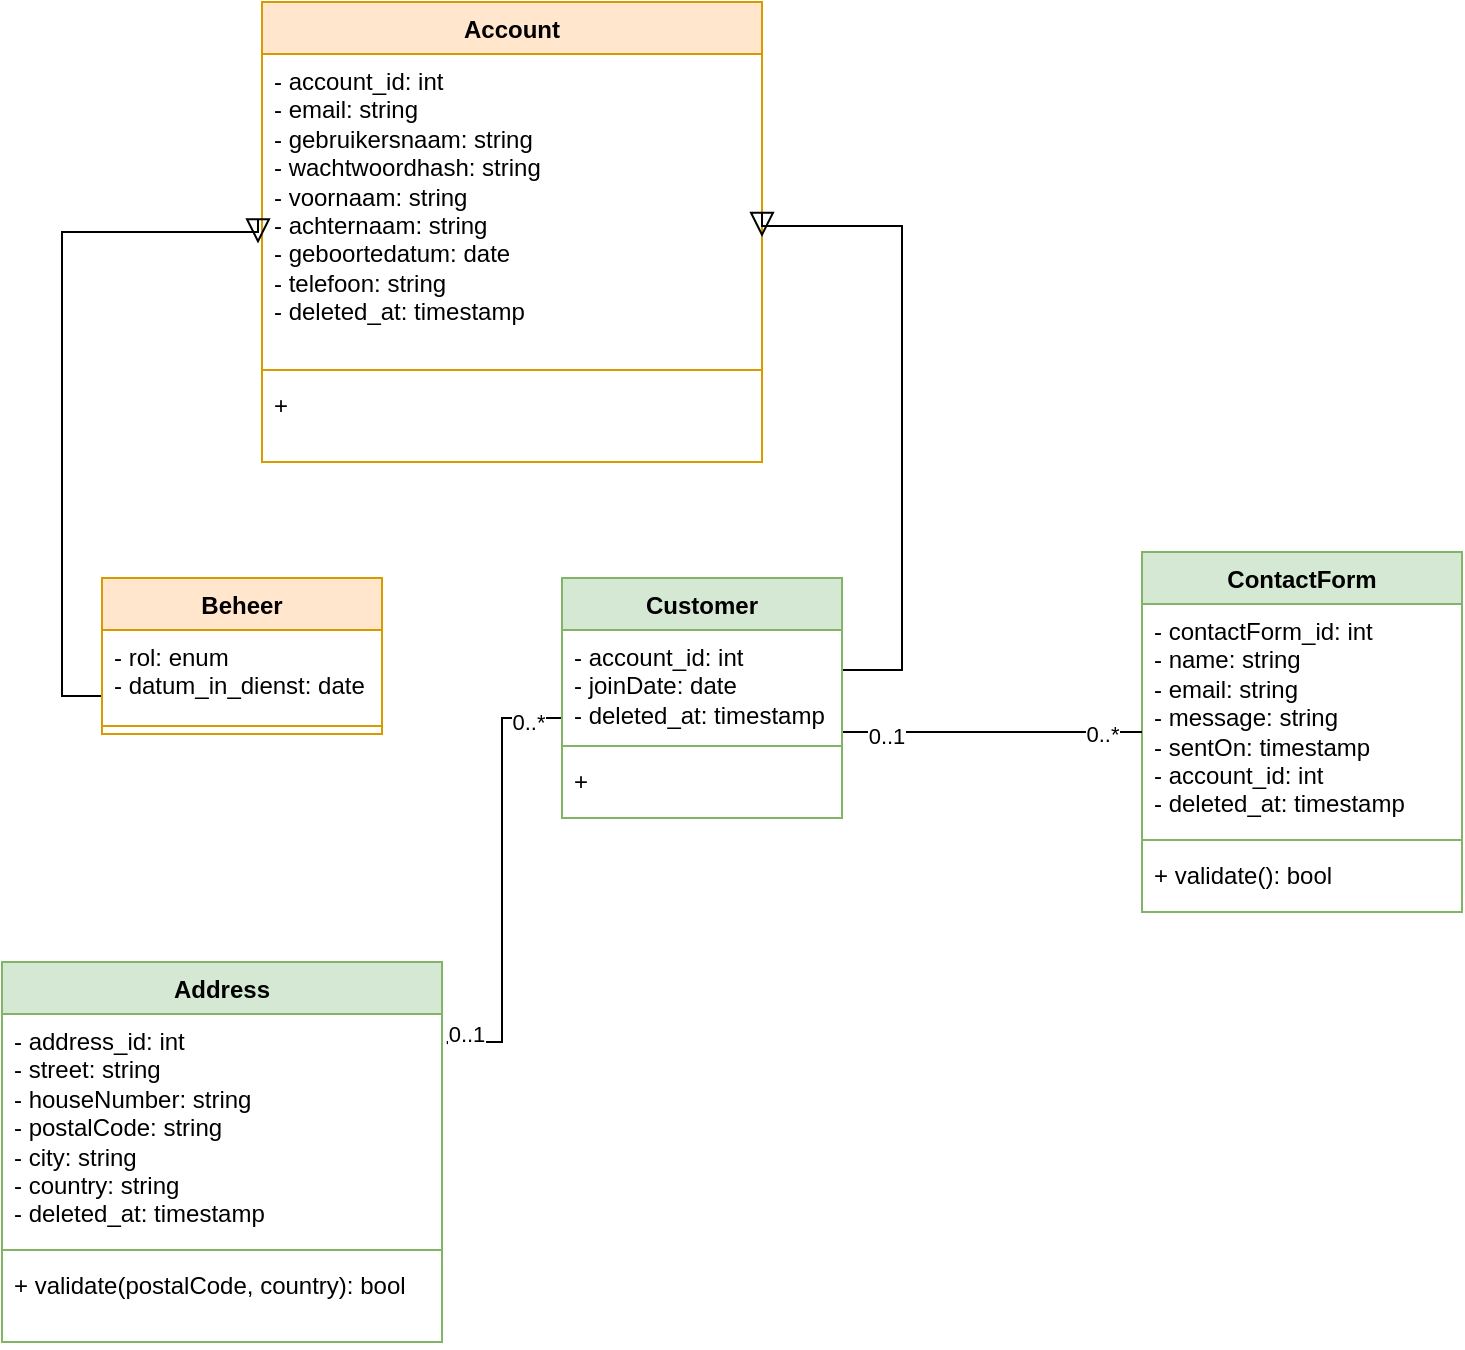
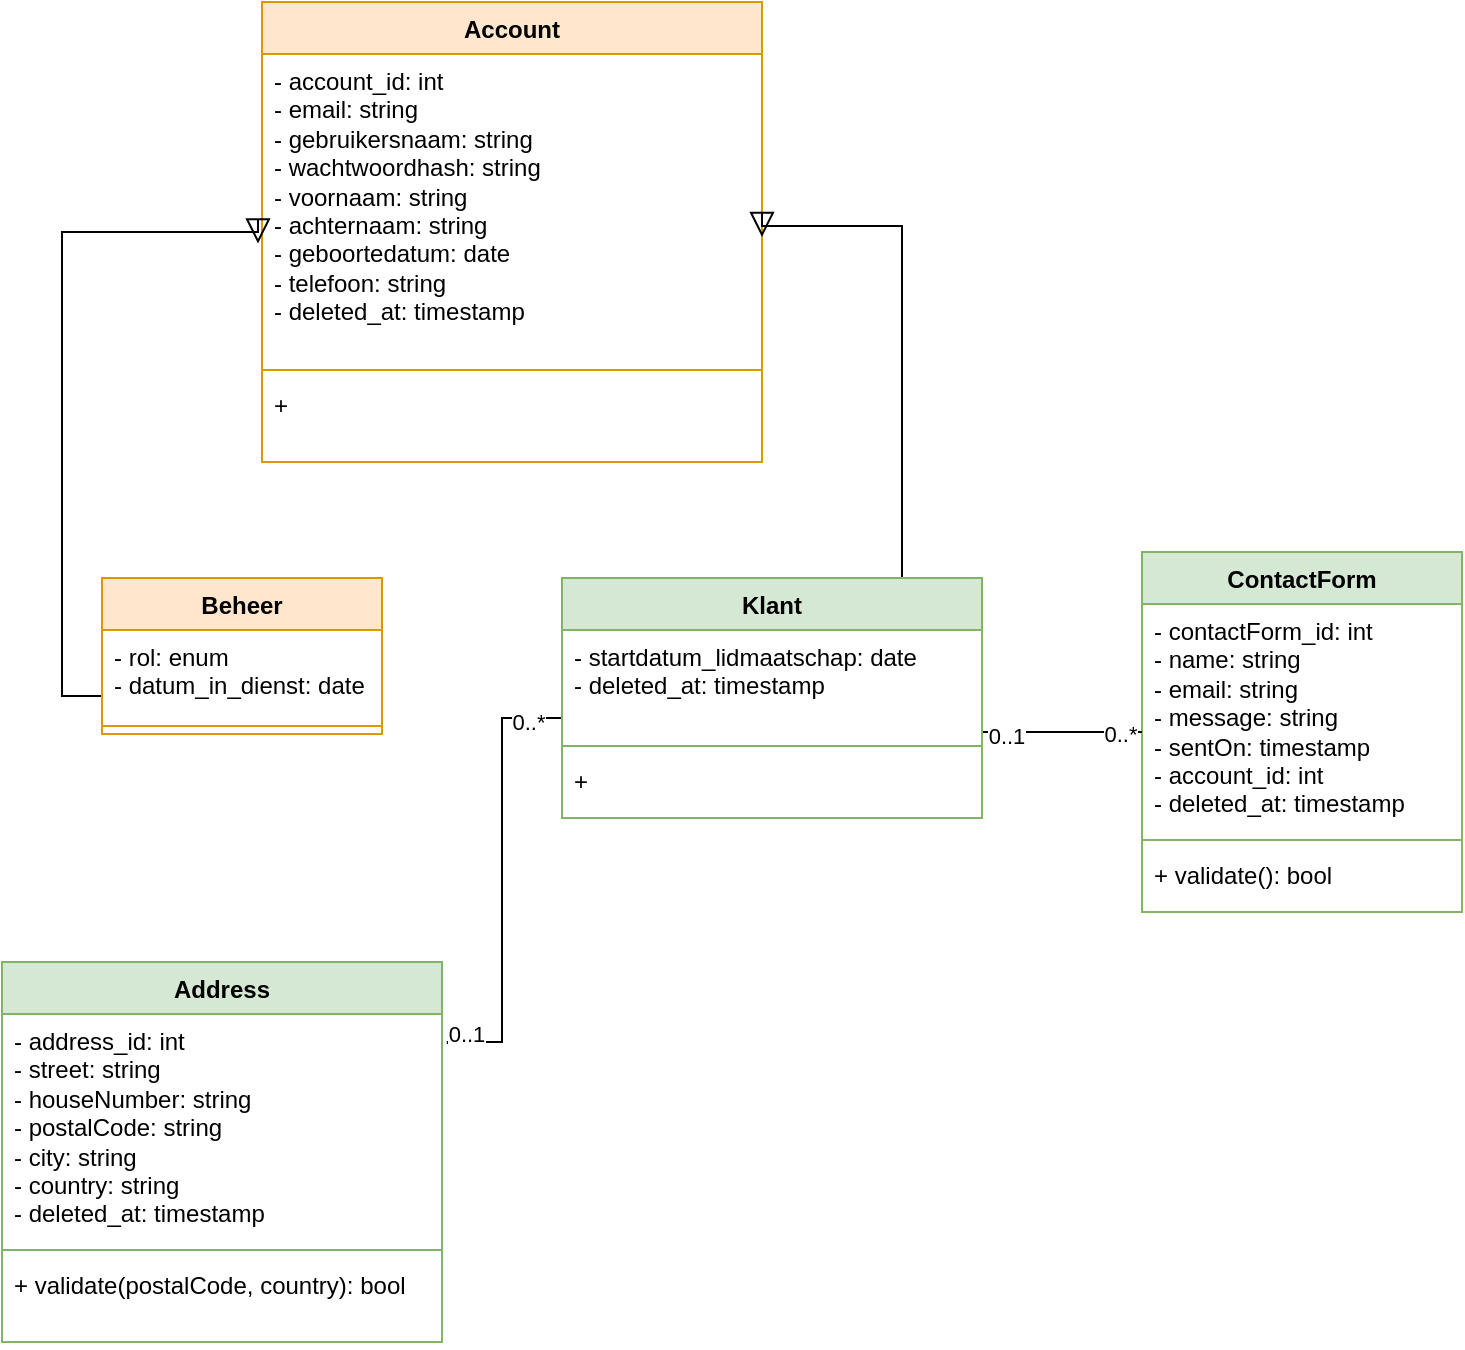
<mxfile host="app.diagrams.net" pages="5">
  <diagram id="QI3ucIQRQ3kRUmZV4Gqw" name="gebruikers, authenticatie en communicatie">
    <mxGraphModel dx="1362" dy="955" grid="1" gridSize="10" guides="1" tooltips="1" connect="1" arrows="1" fold="1" page="1" pageScale="1" pageWidth="827" pageHeight="1169" math="0" shadow="0">
      <root>
        <mxCell id="0" />
        <mxCell id="1" parent="0" />
        <mxCell id="32zCkJmsW5I-MBUTwhNG-2" parent="1" style="swimlane;fontStyle=1;align=center;verticalAlign=top;childLayout=stackLayout;horizontal=1;startSize=26;horizontalStack=0;resizeParent=1;resizeParentMax=0;resizeLast=0;collapsible=1;marginBottom=0;whiteSpace=wrap;html=1;fillColor=#ffe6cc;strokeColor=#d79b00;" value="Account" vertex="1">
          <mxGeometry height="230" width="250" x="200" y="60" as="geometry" />
        </mxCell>
        <mxCell id="32zCkJmsW5I-MBUTwhNG-3" parent="32zCkJmsW5I-MBUTwhNG-2" style="text;strokeColor=none;fillColor=none;align=left;verticalAlign=top;spacingLeft=4;spacingRight=4;overflow=hidden;rotatable=0;points=[[0,0.5],[1,0.5]];portConstraint=eastwest;whiteSpace=wrap;html=1;" value="- account_id: int&lt;br&gt;- email: string&lt;br&gt;- gebruikersnaam: string&lt;br&gt;- wachtwoordhash: string&lt;br&gt;- voornaam: string&lt;br&gt;- achternaam: string&lt;br&gt;- geboortedatum: date&lt;br&gt;- telefoon: string&lt;br&gt;- deleted_at: timestamp&lt;div&gt;&lt;br&gt;&lt;/div&gt;" vertex="1">
          <mxGeometry height="154" width="250" y="26" as="geometry" />
        </mxCell>
        <mxCell id="32zCkJmsW5I-MBUTwhNG-4" parent="32zCkJmsW5I-MBUTwhNG-2" style="line;strokeWidth=1;fillColor=none;align=left;verticalAlign=middle;spacingTop=-1;spacingLeft=3;spacingRight=3;rotatable=0;labelPosition=right;points=[];portConstraint=eastwest;strokeColor=inherit;" value="" vertex="1">
          <mxGeometry height="8" width="250" y="180" as="geometry" />
        </mxCell>
        <mxCell id="32zCkJmsW5I-MBUTwhNG-5" parent="32zCkJmsW5I-MBUTwhNG-2" style="text;strokeColor=none;fillColor=none;align=left;verticalAlign=top;spacingLeft=4;spacingRight=4;overflow=hidden;rotatable=0;points=[[0,0.5],[1,0.5]];portConstraint=eastwest;whiteSpace=wrap;html=1;" value="+" vertex="1">
          <mxGeometry height="42" width="250" y="188" as="geometry" />
        </mxCell>
        <mxCell id="32zCkJmsW5I-MBUTwhNG-25" edge="1" parent="1" source="32zCkJmsW5I-MBUTwhNG-16" style="edgeStyle=orthogonalEdgeStyle;rounded=0;orthogonalLoop=1;jettySize=auto;html=1;entryX=0;entryY=0.5;entryDx=0;entryDy=0;exitX=1.013;exitY=0.132;exitDx=0;exitDy=0;exitPerimeter=0;endArrow=none;endFill=0;">
          <mxGeometry relative="1" as="geometry">
            <Array as="points">
              <mxPoint x="320" y="580" />
              <mxPoint x="320" y="418" />
            </Array>
            <mxPoint x="350" y="418" as="targetPoint" />
          </mxGeometry>
        </mxCell>
        <mxCell id="AvE_jiXuIso3TVC8jiBR-1" connectable="0" parent="32zCkJmsW5I-MBUTwhNG-25" style="edgeLabel;html=1;align=center;verticalAlign=middle;resizable=0;points=[];" value="0..*" vertex="1">
          <mxGeometry relative="1" x="0.8507" y="-2" as="geometry">
            <mxPoint x="-1" as="offset" />
          </mxGeometry>
        </mxCell>
        <mxCell id="AvE_jiXuIso3TVC8jiBR-2" connectable="0" parent="32zCkJmsW5I-MBUTwhNG-25" style="edgeLabel;html=1;align=center;verticalAlign=middle;resizable=0;points=[];" value="0..1" vertex="1">
          <mxGeometry relative="1" x="-0.9008" y="4" as="geometry">
            <mxPoint x="-1" as="offset" />
          </mxGeometry>
        </mxCell>
        <mxCell id="32zCkJmsW5I-MBUTwhNG-15" parent="1" style="swimlane;fontStyle=1;align=center;verticalAlign=top;childLayout=stackLayout;horizontal=1;startSize=26;horizontalStack=0;resizeParent=1;resizeParentMax=0;resizeLast=0;collapsible=1;marginBottom=0;whiteSpace=wrap;html=1;fillColor=#d5e8d4;strokeColor=#82b366;" value="Address" vertex="1">
          <mxGeometry height="190" width="220" x="70" y="540" as="geometry" />
        </mxCell>
        <mxCell id="32zCkJmsW5I-MBUTwhNG-16" parent="32zCkJmsW5I-MBUTwhNG-15" style="text;strokeColor=none;fillColor=none;align=left;verticalAlign=top;spacingLeft=4;spacingRight=4;overflow=hidden;rotatable=0;points=[[0,0.5],[1,0.5]];portConstraint=eastwest;whiteSpace=wrap;html=1;" value="- address_id: int&lt;br&gt;- street: string&lt;br&gt;- houseNumber: string&lt;br&gt;- postalCode: string&lt;br&gt;- city: string&lt;br&gt;- country: string&lt;br&gt;- deleted_at: timestamp" vertex="1">
          <mxGeometry height="114" width="220" y="26" as="geometry" />
        </mxCell>
        <mxCell id="32zCkJmsW5I-MBUTwhNG-17" parent="32zCkJmsW5I-MBUTwhNG-15" style="line;strokeWidth=1;fillColor=none;align=left;verticalAlign=middle;spacingTop=-1;spacingLeft=3;spacingRight=3;rotatable=0;labelPosition=right;points=[];portConstraint=eastwest;strokeColor=inherit;" value="" vertex="1">
          <mxGeometry height="8" width="220" y="140" as="geometry" />
        </mxCell>
        <mxCell id="32zCkJmsW5I-MBUTwhNG-18" parent="32zCkJmsW5I-MBUTwhNG-15" style="text;strokeColor=none;fillColor=none;align=left;verticalAlign=top;spacingLeft=4;spacingRight=4;overflow=hidden;rotatable=0;points=[[0,0.5],[1,0.5]];portConstraint=eastwest;whiteSpace=wrap;html=1;" value="+ validate(postalCode, country): bool" vertex="1">
          <mxGeometry height="42" width="220" y="148" as="geometry" />
        </mxCell>
        <mxCell id="32zCkJmsW5I-MBUTwhNG-19" edge="1" parent="1" source="Wvb5q7_zuzf1XkYK4vDz-1" style="edgeStyle=orthogonalEdgeStyle;rounded=0;orthogonalLoop=1;jettySize=auto;html=1;entryX=1;entryY=0.594;entryDx=0;entryDy=0;entryPerimeter=0;endArrow=block;endFill=0;endSize=10;startSize=7;" target="32zCkJmsW5I-MBUTwhNG-3">
          <mxGeometry relative="1" as="geometry">
            <Array as="points">
              <mxPoint x="520" y="394" />
              <mxPoint x="520" y="172" />
            </Array>
            <mxPoint x="480" y="394" as="sourcePoint" />
          </mxGeometry>
        </mxCell>
        <mxCell id="32zCkJmsW5I-MBUTwhNG-20" edge="1" parent="1" source="Wvb5q7_zuzf1XkYK4vDz-8" style="edgeStyle=orthogonalEdgeStyle;rounded=0;orthogonalLoop=1;jettySize=auto;html=1;entryX=-0.008;entryY=0.615;entryDx=0;entryDy=0;entryPerimeter=0;endArrow=block;endFill=0;endSize=10;" target="32zCkJmsW5I-MBUTwhNG-3">
          <mxGeometry relative="1" as="geometry">
            <Array as="points">
              <mxPoint x="100" y="407" />
              <mxPoint x="100" y="175" />
            </Array>
            <mxPoint x="100" y="423" as="sourcePoint" />
          </mxGeometry>
        </mxCell>
        <mxCell id="32zCkJmsW5I-MBUTwhNG-21" parent="1" style="swimlane;fontStyle=1;align=center;verticalAlign=top;childLayout=stackLayout;horizontal=1;startSize=26;horizontalStack=0;resizeParent=1;resizeParentMax=0;resizeLast=0;collapsible=1;marginBottom=0;whiteSpace=wrap;html=1;fillColor=#d5e8d4;strokeColor=#82b366;" value="ContactForm" vertex="1">
          <mxGeometry height="180" width="160" x="640" y="335" as="geometry" />
        </mxCell>
        <mxCell id="32zCkJmsW5I-MBUTwhNG-22" parent="32zCkJmsW5I-MBUTwhNG-21" style="text;strokeColor=none;fillColor=none;align=left;verticalAlign=top;spacingLeft=4;spacingRight=4;overflow=hidden;rotatable=0;points=[[0,0.5],[1,0.5]];portConstraint=eastwest;whiteSpace=wrap;html=1;" value="- contactForm_id: int&lt;br&gt;- name: string&lt;br&gt;- email: string&lt;br&gt;- message: string&lt;br&gt;- sentOn: timestamp&lt;br&gt;- account_id: int&lt;br&gt;- deleted_at: timestamp" vertex="1">
          <mxGeometry height="114" width="160" y="26" as="geometry" />
        </mxCell>
        <mxCell id="32zCkJmsW5I-MBUTwhNG-23" parent="32zCkJmsW5I-MBUTwhNG-21" style="line;strokeWidth=1;fillColor=none;align=left;verticalAlign=middle;spacingTop=-1;spacingLeft=3;spacingRight=3;rotatable=0;labelPosition=right;points=[];portConstraint=eastwest;strokeColor=inherit;" value="" vertex="1">
          <mxGeometry height="8" width="160" y="140" as="geometry" />
        </mxCell>
        <mxCell id="32zCkJmsW5I-MBUTwhNG-24" parent="32zCkJmsW5I-MBUTwhNG-21" style="text;strokeColor=none;fillColor=none;align=left;verticalAlign=top;spacingLeft=4;spacingRight=4;overflow=hidden;rotatable=0;points=[[0,0.5],[1,0.5]];portConstraint=eastwest;whiteSpace=wrap;html=1;" value="+ validate(): bool" vertex="1">
          <mxGeometry height="32" width="160" y="148" as="geometry" />
        </mxCell>
        <mxCell id="32zCkJmsW5I-MBUTwhNG-36" edge="1" parent="1" source="32zCkJmsW5I-MBUTwhNG-21" style="edgeStyle=orthogonalEdgeStyle;rounded=0;orthogonalLoop=1;jettySize=auto;html=1;endArrow=none;endFill=0;" target="Wvb5q7_zuzf1XkYK4vDz-1">
          <mxGeometry relative="1" as="geometry">
            <Array as="points">
              <mxPoint x="520" y="425" />
              <mxPoint x="520" y="425" />
            </Array>
            <mxPoint x="509.52" y="436.24" as="targetPoint" />
          </mxGeometry>
        </mxCell>
        <mxCell id="AvE_jiXuIso3TVC8jiBR-3" connectable="0" parent="32zCkJmsW5I-MBUTwhNG-36" style="edgeLabel;html=1;align=center;verticalAlign=middle;resizable=0;points=[];" value="0..1" vertex="1">
          <mxGeometry relative="1" x="0.719" y="2" as="geometry">
            <mxPoint x="1" as="offset" />
          </mxGeometry>
        </mxCell>
        <mxCell id="AvE_jiXuIso3TVC8jiBR-4" connectable="0" parent="32zCkJmsW5I-MBUTwhNG-36" style="edgeLabel;html=1;align=center;verticalAlign=middle;resizable=0;points=[];" value="0..*" vertex="1">
          <mxGeometry relative="1" x="-0.7482" y="1" as="geometry">
            <mxPoint x="-1" as="offset" />
          </mxGeometry>
        </mxCell>
-         <mxCell id="Wvb5q7_zuzf1XkYK4vDz-1" parent="1" style="swimlane;fontStyle=1;align=center;verticalAlign=top;childLayout=stackLayout;horizontal=1;startSize=26;horizontalStack=0;resizeParent=1;resizeParentMax=0;resizeLast=0;collapsible=1;marginBottom=0;whiteSpace=wrap;html=1;fillColor=#d5e8d4;strokeColor=#82b366;" value="Customer" vertex="1">
-           <mxGeometry height="120" width="140" x="350" y="348" as="geometry" />
-         </mxCell>
-         <mxCell id="Wvb5q7_zuzf1XkYK4vDz-2" parent="Wvb5q7_zuzf1XkYK4vDz-1" style="text;strokeColor=none;fillColor=none;align=left;verticalAlign=top;spacingLeft=4;spacingRight=4;overflow=hidden;rotatable=0;points=[[0,0.5],[1,0.5]];portConstraint=eastwest;whiteSpace=wrap;html=1;" value="- account_id: int&lt;br&gt;- joinDate: date&lt;br&gt;- deleted_at: timestamp" vertex="1">
-           <mxGeometry height="54" width="140" y="26" as="geometry" />
+         <mxCell id="Wvb5q7_zuzf1XkYK4vDz-1" parent="1" style="swimlane;fontStyle=1;align=center;verticalAlign=top;childLayout=stackLayout;horizontal=1;startSize=26;horizontalStack=0;resizeParent=1;resizeParentMax=0;resizeLast=0;collapsible=1;marginBottom=0;whiteSpace=wrap;html=1;fillColor=#d5e8d4;strokeColor=#82b366;" value="Klant" vertex="1">
+           <mxGeometry height="120" width="210" x="350" y="348" as="geometry" />
+         </mxCell>
+         <mxCell id="Wvb5q7_zuzf1XkYK4vDz-2" parent="Wvb5q7_zuzf1XkYK4vDz-1" style="text;strokeColor=none;fillColor=none;align=left;verticalAlign=top;spacingLeft=4;spacingRight=4;overflow=hidden;rotatable=0;points=[[0,0.5],[1,0.5]];portConstraint=eastwest;whiteSpace=wrap;html=1;" value="- startdatum_lidmaatschap: date&lt;br&gt;- deleted_at: timestamp" vertex="1">
+           <mxGeometry height="54" width="210" y="26" as="geometry" />
        </mxCell>
        <mxCell id="Wvb5q7_zuzf1XkYK4vDz-3" parent="Wvb5q7_zuzf1XkYK4vDz-1" style="line;strokeWidth=1;fillColor=none;align=left;verticalAlign=middle;spacingTop=-1;spacingLeft=3;spacingRight=3;rotatable=0;labelPosition=right;points=[];portConstraint=eastwest;strokeColor=inherit;" value="" vertex="1">
-           <mxGeometry height="8" width="140" y="80" as="geometry" />
+           <mxGeometry height="8" width="210" y="80" as="geometry" />
        </mxCell>
        <mxCell id="Wvb5q7_zuzf1XkYK4vDz-4" parent="Wvb5q7_zuzf1XkYK4vDz-1" style="text;strokeColor=none;fillColor=none;align=left;verticalAlign=top;spacingLeft=4;spacingRight=4;overflow=hidden;rotatable=0;points=[[0,0.5],[1,0.5]];portConstraint=eastwest;whiteSpace=wrap;html=1;" value="+" vertex="1">
-           <mxGeometry height="32" width="140" y="88" as="geometry" />
+           <mxGeometry height="32" width="210" y="88" as="geometry" />
        </mxCell>
        <mxCell id="Wvb5q7_zuzf1XkYK4vDz-8" parent="1" style="swimlane;fontStyle=1;align=center;verticalAlign=top;childLayout=stackLayout;horizontal=1;startSize=26;horizontalStack=0;resizeParent=1;resizeParentMax=0;resizeLast=0;collapsible=1;marginBottom=0;whiteSpace=wrap;html=1;fillColor=#ffe6cc;strokeColor=#d79b00;" value="Beheer" vertex="1">
          <mxGeometry height="78" width="140" x="120" y="348" as="geometry" />
        </mxCell>
        <mxCell id="Wvb5q7_zuzf1XkYK4vDz-9" parent="Wvb5q7_zuzf1XkYK4vDz-8" style="text;strokeColor=none;fillColor=none;align=left;verticalAlign=top;spacingLeft=4;spacingRight=4;overflow=hidden;rotatable=0;points=[[0,0.5],[1,0.5]];portConstraint=eastwest;whiteSpace=wrap;html=1;" value="&lt;div&gt;- rol: enum&lt;/div&gt;&lt;div&gt;- datum_in_dienst: date&lt;/div&gt;" vertex="1">
          <mxGeometry height="44" width="140" y="26" as="geometry" />
        </mxCell>
        <mxCell id="Wvb5q7_zuzf1XkYK4vDz-10" parent="Wvb5q7_zuzf1XkYK4vDz-8" style="line;strokeWidth=1;fillColor=none;align=left;verticalAlign=middle;spacingTop=-1;spacingLeft=3;spacingRight=3;rotatable=0;labelPosition=right;points=[];portConstraint=eastwest;strokeColor=inherit;" value="" vertex="1">
          <mxGeometry height="8" width="140" y="70" as="geometry" />
        </mxCell>
      </root>
    </mxGraphModel>
  </diagram>
  <diagram id="bursyE-MKiR6XZXmussd" name="producten en catalogus">
    <mxGraphModel dx="1542" dy="954" grid="1" gridSize="10" guides="1" tooltips="1" connect="1" arrows="1" fold="1" page="1" pageScale="1" pageWidth="827" pageHeight="1169" math="0" shadow="0">
      <root>
        <mxCell id="0" />
        <mxCell id="1" parent="0" />
        <mxCell id="8nEvd6kRfsw0VuT5r3Au-17" edge="1" parent="1" style="edgeStyle=orthogonalEdgeStyle;rounded=0;orthogonalLoop=1;jettySize=auto;html=1;endArrow=diamond;endFill=0;startArrow=none;startFill=0;startSize=6;endSize=10;" target="1_r6MitRkQLNlOOGlihE-10">
          <mxGeometry relative="1" as="geometry">
            <mxPoint x="210" y="380" as="sourcePoint" />
            <mxPoint x="290" y="168" as="targetPoint" />
          </mxGeometry>
        </mxCell>
        <mxCell id="EqMDF6KkTNXV8hgo5W7Y-5" connectable="0" parent="8nEvd6kRfsw0VuT5r3Au-17" style="edgeLabel;html=1;align=center;verticalAlign=middle;resizable=0;points=[];" value="0..*" vertex="1">
          <mxGeometry relative="1" x="-0.9212" as="geometry">
            <mxPoint y="1" as="offset" />
          </mxGeometry>
        </mxCell>
        <mxCell id="EqMDF6KkTNXV8hgo5W7Y-6" connectable="0" parent="8nEvd6kRfsw0VuT5r3Au-17" style="edgeLabel;html=1;align=center;verticalAlign=middle;resizable=0;points=[];" value="0..*" vertex="1">
          <mxGeometry relative="1" x="0.8767" y="-1" as="geometry">
            <mxPoint x="-12" y="1" as="offset" />
          </mxGeometry>
        </mxCell>
        <mxCell id="8nEvd6kRfsw0VuT5r3Au-18" edge="1" parent="1" style="edgeStyle=orthogonalEdgeStyle;rounded=0;orthogonalLoop=1;jettySize=auto;html=1;endArrow=diamond;endFill=0;startArrow=none;startFill=0;startSize=6;endSize=10;" target="1_r6MitRkQLNlOOGlihE-10">
          <mxGeometry relative="1" as="geometry">
            <Array as="points">
              <mxPoint x="510" y="390" />
              <mxPoint x="510" y="160" />
            </Array>
            <mxPoint x="494.0000000000002" y="390" as="sourcePoint" />
            <mxPoint x="450" y="168" as="targetPoint" />
          </mxGeometry>
        </mxCell>
        <mxCell id="EqMDF6KkTNXV8hgo5W7Y-3" connectable="0" parent="8nEvd6kRfsw0VuT5r3Au-18" style="edgeLabel;html=1;align=center;verticalAlign=middle;resizable=0;points=[];" value="0..*" vertex="1">
          <mxGeometry relative="1" x="0.8722" y="1" as="geometry">
            <mxPoint x="3" as="offset" />
          </mxGeometry>
        </mxCell>
        <mxCell id="EqMDF6KkTNXV8hgo5W7Y-4" connectable="0" parent="8nEvd6kRfsw0VuT5r3Au-18" style="edgeLabel;html=1;align=center;verticalAlign=middle;resizable=0;points=[];" value="0..*" vertex="1">
          <mxGeometry relative="1" x="-0.8985" y="-2" as="geometry">
            <mxPoint as="offset" />
          </mxGeometry>
        </mxCell>
        <mxCell id="8nEvd6kRfsw0VuT5r3Au-19" parent="1" style="swimlane;fontStyle=1;align=center;verticalAlign=top;childLayout=stackLayout;horizontal=1;startSize=26;horizontalStack=0;resizeParent=1;resizeParentMax=0;resizeLast=0;collapsible=1;marginBottom=0;whiteSpace=wrap;html=1;fillColor=#d5e8d4;strokeColor=#82b366;" value="Stock" vertex="1">
          <mxGeometry height="140" width="210" x="600" y="80" as="geometry" />
        </mxCell>
        <mxCell id="8nEvd6kRfsw0VuT5r3Au-20" parent="8nEvd6kRfsw0VuT5r3Au-19" style="text;strokeColor=none;fillColor=none;align=left;verticalAlign=top;spacingLeft=4;spacingRight=4;overflow=hidden;rotatable=0;points=[[0,0.5],[1,0.5]];portConstraint=eastwest;whiteSpace=wrap;html=1;" value="- stock_id: int&lt;br&gt;- product_id: int&lt;br&gt;- amount: int&lt;br&gt;- status: enum" vertex="1">
          <mxGeometry height="74" width="210" y="26" as="geometry" />
        </mxCell>
        <mxCell id="8nEvd6kRfsw0VuT5r3Au-21" parent="8nEvd6kRfsw0VuT5r3Au-19" style="line;strokeWidth=1;fillColor=none;align=left;verticalAlign=middle;spacingTop=-1;spacingLeft=3;spacingRight=3;rotatable=0;labelPosition=right;points=[];portConstraint=eastwest;strokeColor=inherit;" value="" vertex="1">
          <mxGeometry height="8" width="210" y="100" as="geometry" />
        </mxCell>
        <mxCell id="8nEvd6kRfsw0VuT5r3Au-22" parent="8nEvd6kRfsw0VuT5r3Au-19" style="text;strokeColor=none;fillColor=none;align=left;verticalAlign=top;spacingLeft=4;spacingRight=4;overflow=hidden;rotatable=0;points=[[0,0.5],[1,0.5]];portConstraint=eastwest;whiteSpace=wrap;html=1;" value="+ checkAvailability(product_id): bool" vertex="1">
          <mxGeometry height="32" width="210" y="108" as="geometry" />
        </mxCell>
        <mxCell id="8nEvd6kRfsw0VuT5r3Au-23" edge="1" parent="1" source="8nEvd6kRfsw0VuT5r3Au-19" style="edgeStyle=orthogonalEdgeStyle;rounded=0;orthogonalLoop=1;jettySize=auto;html=1;endArrow=none;endFill=0;">
          <mxGeometry relative="1" as="geometry">
            <Array as="points">
              <mxPoint x="560" y="131" />
              <mxPoint x="560" y="131" />
            </Array>
            <mxPoint x="450" y="131" as="targetPoint" />
          </mxGeometry>
        </mxCell>
        <mxCell id="EqMDF6KkTNXV8hgo5W7Y-1" connectable="0" parent="8nEvd6kRfsw0VuT5r3Au-23" style="edgeLabel;html=1;align=center;verticalAlign=middle;resizable=0;points=[];" value="1" vertex="1">
          <mxGeometry relative="1" x="-0.7867" y="1" as="geometry">
            <mxPoint as="offset" />
          </mxGeometry>
        </mxCell>
        <mxCell id="EqMDF6KkTNXV8hgo5W7Y-2" connectable="0" parent="8nEvd6kRfsw0VuT5r3Au-23" style="edgeLabel;html=1;align=center;verticalAlign=middle;resizable=0;points=[];" value="1" vertex="1">
          <mxGeometry relative="1" x="0.76" y="1" as="geometry">
            <mxPoint as="offset" />
          </mxGeometry>
        </mxCell>
        <mxCell id="1_r6MitRkQLNlOOGlihE-1" parent="1" style="swimlane;fontStyle=1;align=center;verticalAlign=top;childLayout=stackLayout;horizontal=1;startSize=26;horizontalStack=0;resizeParent=1;resizeParentMax=0;resizeLast=0;collapsible=1;marginBottom=0;whiteSpace=wrap;html=1;fillColor=#d5e8d4;strokeColor=#82b366;" value="Tag" vertex="1">
          <mxGeometry height="110" width="150" x="430" y="390" as="geometry" />
        </mxCell>
        <mxCell id="1_r6MitRkQLNlOOGlihE-2" parent="1_r6MitRkQLNlOOGlihE-1" style="text;strokeColor=none;fillColor=none;align=left;verticalAlign=top;spacingLeft=4;spacingRight=4;overflow=hidden;rotatable=0;points=[[0,0.5],[1,0.5]];portConstraint=eastwest;whiteSpace=wrap;html=1;" value="- tag: string&lt;br&gt;- deleted_at: timestamp" vertex="1">
          <mxGeometry height="44" width="150" y="26" as="geometry" />
        </mxCell>
        <mxCell id="1_r6MitRkQLNlOOGlihE-3" parent="1_r6MitRkQLNlOOGlihE-1" style="line;strokeWidth=1;fillColor=none;align=left;verticalAlign=middle;spacingTop=-1;spacingLeft=3;spacingRight=3;rotatable=0;labelPosition=right;points=[];portConstraint=eastwest;strokeColor=inherit;" value="" vertex="1">
          <mxGeometry height="8" width="150" y="70" as="geometry" />
        </mxCell>
        <mxCell id="1_r6MitRkQLNlOOGlihE-4" parent="1_r6MitRkQLNlOOGlihE-1" style="text;strokeColor=none;fillColor=none;align=left;verticalAlign=top;spacingLeft=4;spacingRight=4;overflow=hidden;rotatable=0;points=[[0,0.5],[1,0.5]];portConstraint=eastwest;whiteSpace=wrap;html=1;" value="+" vertex="1">
          <mxGeometry height="32" width="150" y="78" as="geometry" />
        </mxCell>
        <mxCell id="1_r6MitRkQLNlOOGlihE-5" parent="1" style="swimlane;fontStyle=1;align=center;verticalAlign=top;childLayout=stackLayout;horizontal=1;startSize=26;horizontalStack=0;resizeParent=1;resizeParentMax=0;resizeLast=0;collapsible=1;marginBottom=0;whiteSpace=wrap;html=1;fillColor=#d5e8d4;strokeColor=#82b366;" value="Category" vertex="1">
          <mxGeometry height="110" width="150" x="140" y="380" as="geometry" />
        </mxCell>
        <mxCell id="1_r6MitRkQLNlOOGlihE-6" parent="1_r6MitRkQLNlOOGlihE-5" style="text;strokeColor=none;fillColor=none;align=left;verticalAlign=top;spacingLeft=4;spacingRight=4;overflow=hidden;rotatable=0;points=[[0,0.5],[1,0.5]];portConstraint=eastwest;whiteSpace=wrap;html=1;" value="- category: string&lt;br&gt;- description: string&lt;br&gt;- deleted_at: timestamp" vertex="1">
          <mxGeometry height="44" width="150" y="26" as="geometry" />
        </mxCell>
        <mxCell id="1_r6MitRkQLNlOOGlihE-7" parent="1_r6MitRkQLNlOOGlihE-5" style="line;strokeWidth=1;fillColor=none;align=left;verticalAlign=middle;spacingTop=-1;spacingLeft=3;spacingRight=3;rotatable=0;labelPosition=right;points=[];portConstraint=eastwest;strokeColor=inherit;" value="" vertex="1">
          <mxGeometry height="8" width="150" y="70" as="geometry" />
        </mxCell>
        <mxCell id="1_r6MitRkQLNlOOGlihE-8" parent="1_r6MitRkQLNlOOGlihE-5" style="text;strokeColor=none;fillColor=none;align=left;verticalAlign=top;spacingLeft=4;spacingRight=4;overflow=hidden;rotatable=0;points=[[0,0.5],[1,0.5]];portConstraint=eastwest;whiteSpace=wrap;html=1;" value="+" vertex="1">
          <mxGeometry height="32" width="150" y="78" as="geometry" />
        </mxCell>
        <mxCell id="1_r6MitRkQLNlOOGlihE-9" parent="1" style="swimlane;fontStyle=1;align=center;verticalAlign=top;childLayout=stackLayout;horizontal=1;startSize=26;horizontalStack=0;resizeParent=1;resizeParentMax=0;resizeLast=0;collapsible=1;marginBottom=0;whiteSpace=wrap;html=1;fillColor=#ffe6cc;strokeColor=#d79b00;" value="Product" vertex="1">
          <mxGeometry height="220" width="210" x="260" y="40" as="geometry" />
        </mxCell>
        <mxCell id="1_r6MitRkQLNlOOGlihE-10" parent="1_r6MitRkQLNlOOGlihE-9" style="text;strokeColor=none;fillColor=none;align=left;verticalAlign=top;spacingLeft=4;spacingRight=4;overflow=hidden;rotatable=0;points=[[0,0.5],[1,0.5]];portConstraint=eastwest;whiteSpace=wrap;html=1;" value="- product_id: ?int&lt;br&gt;- naam: string&lt;br&gt;- prijs: float&lt;br&gt;- omschrijving: ?string&lt;br&gt;- leverancier: ?string&lt;br&gt;- foto_url: ?string&lt;br&gt;- verkoop_gewicht: Decimal(10,2)&lt;div&gt;- eenheid: ENUM&lt;br&gt;- deleted_at: ?timestamp&lt;/div&gt;" vertex="1">
          <mxGeometry height="154" width="210" y="26" as="geometry" />
        </mxCell>
        <mxCell id="1_r6MitRkQLNlOOGlihE-11" parent="1_r6MitRkQLNlOOGlihE-9" style="line;strokeWidth=1;fillColor=none;align=left;verticalAlign=middle;spacingTop=-1;spacingLeft=3;spacingRight=3;rotatable=0;labelPosition=right;points=[];portConstraint=eastwest;strokeColor=inherit;" value="" vertex="1">
          <mxGeometry height="8" width="210" y="180" as="geometry" />
        </mxCell>
        <mxCell id="1_r6MitRkQLNlOOGlihE-12" parent="1_r6MitRkQLNlOOGlihE-9" style="text;strokeColor=none;fillColor=none;align=left;verticalAlign=top;spacingLeft=4;spacingRight=4;overflow=hidden;rotatable=0;points=[[0,0.5],[1,0.5]];portConstraint=eastwest;whiteSpace=wrap;html=1;" value="+" vertex="1">
          <mxGeometry height="32" width="210" y="188" as="geometry" />
        </mxCell>
      </root>
    </mxGraphModel>
  </diagram>
  <diagram id="Mg7ymKXbPG6DmPsXYPPa" name="bestelproces">
    <mxGraphModel dx="1144" dy="633" grid="1" gridSize="10" guides="1" tooltips="1" connect="1" arrows="1" fold="1" page="1" pageScale="1" pageWidth="827" pageHeight="1169" math="0" shadow="0">
      <root>
        <mxCell id="0" />
        <mxCell id="1" parent="0" />
        <mxCell id="Bt48onEKChYP6fqbVEho-1" parent="1" style="swimlane;fontStyle=1;align=center;verticalAlign=top;childLayout=stackLayout;horizontal=1;startSize=26;horizontalStack=0;resizeParent=1;resizeParentMax=0;resizeLast=0;collapsible=1;marginBottom=0;whiteSpace=wrap;html=1;fillColor=#d5e8d4;strokeColor=#82b366;" value="Customer" vertex="1">
          <mxGeometry height="130" width="160" x="60" y="40" as="geometry" />
        </mxCell>
        <mxCell id="Bt48onEKChYP6fqbVEho-2" parent="Bt48onEKChYP6fqbVEho-1" style="text;strokeColor=none;fillColor=none;align=left;verticalAlign=top;spacingLeft=4;spacingRight=4;overflow=hidden;rotatable=0;points=[[0,0.5],[1,0.5]];portConstraint=eastwest;whiteSpace=wrap;html=1;" value="- account_id: int&lt;br&gt;- joinDate: date&lt;br&gt;- deleted_at: timestamp" vertex="1">
          <mxGeometry height="64" width="160" y="26" as="geometry" />
        </mxCell>
        <mxCell id="Bt48onEKChYP6fqbVEho-3" parent="Bt48onEKChYP6fqbVEho-1" style="line;strokeWidth=1;fillColor=none;align=left;verticalAlign=middle;spacingTop=-1;spacingLeft=3;spacingRight=3;rotatable=0;labelPosition=right;points=[];portConstraint=eastwest;strokeColor=inherit;" value="" vertex="1">
          <mxGeometry height="8" width="160" y="90" as="geometry" />
        </mxCell>
        <mxCell id="Bt48onEKChYP6fqbVEho-4" parent="Bt48onEKChYP6fqbVEho-1" style="text;strokeColor=none;fillColor=none;align=left;verticalAlign=top;spacingLeft=4;spacingRight=4;overflow=hidden;rotatable=0;points=[[0,0.5],[1,0.5]];portConstraint=eastwest;whiteSpace=wrap;html=1;" value="+" vertex="1">
          <mxGeometry height="32" width="160" y="98" as="geometry" />
        </mxCell>
        <mxCell id="Es8qXKT6NRhKc8jeB5Fz-1" parent="1" style="swimlane;fontStyle=1;align=center;verticalAlign=top;childLayout=stackLayout;horizontal=1;startSize=26;horizontalStack=0;resizeParent=1;resizeParentMax=0;resizeLast=0;collapsible=1;marginBottom=0;whiteSpace=wrap;html=1;fillColor=#d5e8d4;strokeColor=#82b366;" value="PickupLocation" vertex="1">
          <mxGeometry height="160" width="160" x="760" y="380" as="geometry" />
        </mxCell>
        <mxCell id="Es8qXKT6NRhKc8jeB5Fz-2" parent="Es8qXKT6NRhKc8jeB5Fz-1" style="text;strokeColor=none;fillColor=none;align=left;verticalAlign=top;spacingLeft=4;spacingRight=4;overflow=hidden;rotatable=0;points=[[0,0.5],[1,0.5]];portConstraint=eastwest;whiteSpace=wrap;html=1;" value="- pickupLocation_id: int&lt;br&gt;- name: string&lt;br&gt;- type: enum&lt;br&gt;- address_id: int&lt;br&gt;- deleted_at: timestamp" vertex="1">
          <mxGeometry height="94" width="160" y="26" as="geometry" />
        </mxCell>
        <mxCell id="Es8qXKT6NRhKc8jeB5Fz-3" parent="Es8qXKT6NRhKc8jeB5Fz-1" style="line;strokeWidth=1;fillColor=none;align=left;verticalAlign=middle;spacingTop=-1;spacingLeft=3;spacingRight=3;rotatable=0;labelPosition=right;points=[];portConstraint=eastwest;strokeColor=inherit;" value="" vertex="1">
          <mxGeometry height="8" width="160" y="120" as="geometry" />
        </mxCell>
        <mxCell id="Es8qXKT6NRhKc8jeB5Fz-4" parent="Es8qXKT6NRhKc8jeB5Fz-1" style="text;strokeColor=none;fillColor=none;align=left;verticalAlign=top;spacingLeft=4;spacingRight=4;overflow=hidden;rotatable=0;points=[[0,0.5],[1,0.5]];portConstraint=eastwest;whiteSpace=wrap;html=1;" value="+" vertex="1">
          <mxGeometry height="32" width="160" y="128" as="geometry" />
        </mxCell>
        <mxCell id="Es8qXKT6NRhKc8jeB5Fz-5" parent="1" style="swimlane;fontStyle=1;align=center;verticalAlign=top;childLayout=stackLayout;horizontal=1;startSize=26;horizontalStack=0;resizeParent=1;resizeParentMax=0;resizeLast=0;collapsible=1;marginBottom=0;whiteSpace=wrap;html=1;fillColor=#d5e8d4;strokeColor=#82b366;" value="ShoppingCart" vertex="1">
          <mxGeometry height="130" width="160" x="60" y="250" as="geometry" />
        </mxCell>
        <mxCell id="Es8qXKT6NRhKc8jeB5Fz-6" parent="Es8qXKT6NRhKc8jeB5Fz-5" style="text;strokeColor=none;fillColor=none;align=left;verticalAlign=top;spacingLeft=4;spacingRight=4;overflow=hidden;rotatable=0;points=[[0,0.5],[1,0.5]];portConstraint=eastwest;whiteSpace=wrap;html=1;" value="- cart_id: int&lt;br&gt;- account_id: int" vertex="1">
          <mxGeometry height="54" width="160" y="26" as="geometry" />
        </mxCell>
        <mxCell id="Es8qXKT6NRhKc8jeB5Fz-7" parent="Es8qXKT6NRhKc8jeB5Fz-5" style="line;strokeWidth=1;fillColor=none;align=left;verticalAlign=middle;spacingTop=-1;spacingLeft=3;spacingRight=3;rotatable=0;labelPosition=right;points=[];portConstraint=eastwest;strokeColor=inherit;" value="" vertex="1">
          <mxGeometry height="8" width="160" y="80" as="geometry" />
        </mxCell>
        <mxCell id="Es8qXKT6NRhKc8jeB5Fz-8" parent="Es8qXKT6NRhKc8jeB5Fz-5" style="text;strokeColor=none;fillColor=none;align=left;verticalAlign=top;spacingLeft=4;spacingRight=4;overflow=hidden;rotatable=0;points=[[0,0.5],[1,0.5]];portConstraint=eastwest;whiteSpace=wrap;html=1;" value="+ getTotal(): float&lt;br&gt;+ clear()" vertex="1">
          <mxGeometry height="42" width="160" y="88" as="geometry" />
        </mxCell>
        <mxCell id="Es8qXKT6NRhKc8jeB5Fz-9" edge="1" parent="1" style="edgeStyle=orthogonalEdgeStyle;rounded=0;orthogonalLoop=1;jettySize=auto;html=1;entryX=0.444;entryY=1.031;entryDx=0;entryDy=0;entryPerimeter=0;endArrow=none;endFill=0;" target="Bt48onEKChYP6fqbVEho-4">
          <mxGeometry relative="1" as="geometry">
            <mxPoint x="131" y="250" as="sourcePoint" />
          </mxGeometry>
        </mxCell>
        <mxCell id="Es8qXKT6NRhKc8jeB5Fz-10" connectable="0" parent="Es8qXKT6NRhKc8jeB5Fz-9" style="edgeLabel;html=1;align=center;verticalAlign=middle;resizable=0;points=[];" value="1" vertex="1">
          <mxGeometry relative="1" x="0.6328" y="-5" as="geometry">
            <mxPoint x="-6" as="offset" />
          </mxGeometry>
        </mxCell>
        <mxCell id="Es8qXKT6NRhKc8jeB5Fz-11" connectable="0" parent="Es8qXKT6NRhKc8jeB5Fz-9" style="edgeLabel;html=1;align=center;verticalAlign=middle;resizable=0;points=[];" value="0..1" vertex="1">
          <mxGeometry relative="1" x="-0.7595" y="-2" as="geometry">
            <mxPoint y="-10" as="offset" />
          </mxGeometry>
        </mxCell>
        <mxCell id="Es8qXKT6NRhKc8jeB5Fz-12" parent="1" style="swimlane;fontStyle=1;align=center;verticalAlign=top;childLayout=stackLayout;horizontal=1;startSize=26;horizontalStack=0;resizeParent=1;resizeParentMax=0;resizeLast=0;collapsible=1;marginBottom=0;whiteSpace=wrap;html=1;fillColor=#d5e8d4;strokeColor=#82b366;" value="CartRow" vertex="1">
          <mxGeometry height="140" width="160" x="60" y="445" as="geometry" />
        </mxCell>
        <mxCell id="Es8qXKT6NRhKc8jeB5Fz-13" parent="Es8qXKT6NRhKc8jeB5Fz-12" style="text;strokeColor=none;fillColor=none;align=left;verticalAlign=top;spacingLeft=4;spacingRight=4;overflow=hidden;rotatable=0;points=[[0,0.5],[1,0.5]];portConstraint=eastwest;whiteSpace=wrap;html=1;" value="- cartRow_id: int&lt;br&gt;- cart_id: int&lt;br&gt;- product_id: int&lt;br&gt;- amount: int" vertex="1">
          <mxGeometry height="74" width="160" y="26" as="geometry" />
        </mxCell>
        <mxCell id="Es8qXKT6NRhKc8jeB5Fz-14" parent="Es8qXKT6NRhKc8jeB5Fz-12" style="line;strokeWidth=1;fillColor=none;align=left;verticalAlign=middle;spacingTop=-1;spacingLeft=3;spacingRight=3;rotatable=0;labelPosition=right;points=[];portConstraint=eastwest;strokeColor=inherit;" value="" vertex="1">
          <mxGeometry height="8" width="160" y="100" as="geometry" />
        </mxCell>
        <mxCell id="Es8qXKT6NRhKc8jeB5Fz-15" parent="Es8qXKT6NRhKc8jeB5Fz-12" style="text;strokeColor=none;fillColor=none;align=left;verticalAlign=top;spacingLeft=4;spacingRight=4;overflow=hidden;rotatable=0;points=[[0,0.5],[1,0.5]];portConstraint=eastwest;whiteSpace=wrap;html=1;" value="+" vertex="1">
          <mxGeometry height="32" width="160" y="108" as="geometry" />
        </mxCell>
        <mxCell id="Es8qXKT6NRhKc8jeB5Fz-16" edge="1" parent="1" source="Es8qXKT6NRhKc8jeB5Fz-12" style="edgeStyle=orthogonalEdgeStyle;rounded=0;orthogonalLoop=1;jettySize=auto;html=1;entryX=0.505;entryY=1.024;entryDx=0;entryDy=0;entryPerimeter=0;endArrow=diamondThin;endFill=1;startArrow=none;startFill=0;strokeWidth=1;endSize=10;" target="Es8qXKT6NRhKc8jeB5Fz-8">
          <mxGeometry relative="1" as="geometry" />
        </mxCell>
        <mxCell id="Es8qXKT6NRhKc8jeB5Fz-17" connectable="0" parent="Es8qXKT6NRhKc8jeB5Fz-16" style="edgeLabel;html=1;align=center;verticalAlign=middle;resizable=0;points=[];" value="1" vertex="1">
          <mxGeometry relative="1" x="0.7302" y="1" as="geometry">
            <mxPoint y="10" as="offset" />
          </mxGeometry>
        </mxCell>
        <mxCell id="Es8qXKT6NRhKc8jeB5Fz-18" connectable="0" parent="Es8qXKT6NRhKc8jeB5Fz-16" style="edgeLabel;html=1;align=center;verticalAlign=middle;resizable=0;points=[];" value="1..*" vertex="1">
          <mxGeometry relative="1" x="-0.6219" y="2" as="geometry">
            <mxPoint as="offset" />
          </mxGeometry>
        </mxCell>
        <mxCell id="Es8qXKT6NRhKc8jeB5Fz-19" edge="1" parent="1" source="Es8qXKT6NRhKc8jeB5Fz-13" style="edgeStyle=orthogonalEdgeStyle;rounded=0;orthogonalLoop=1;jettySize=auto;html=1;entryX=-0.017;entryY=0.281;entryDx=0;entryDy=0;entryPerimeter=0;endArrow=none;endFill=0;" target="4oSwoFYrTR2_sjPakVIm-2">
          <mxGeometry relative="1" as="geometry">
            <mxPoint x="516.0000000000002" y="499.5240000000001" as="targetPoint" />
          </mxGeometry>
        </mxCell>
        <mxCell id="Es8qXKT6NRhKc8jeB5Fz-20" connectable="0" parent="Es8qXKT6NRhKc8jeB5Fz-19" style="edgeLabel;html=1;align=center;verticalAlign=middle;resizable=0;points=[];" value="1" vertex="1">
          <mxGeometry relative="1" x="0.9552" as="geometry">
            <mxPoint x="-9" as="offset" />
          </mxGeometry>
        </mxCell>
        <mxCell id="Es8qXKT6NRhKc8jeB5Fz-21" connectable="0" parent="Es8qXKT6NRhKc8jeB5Fz-19" style="edgeLabel;html=1;align=center;verticalAlign=middle;resizable=0;points=[];" value="0..*" vertex="1">
          <mxGeometry relative="1" x="-0.9524" y="-3" as="geometry">
            <mxPoint x="3" y="-1" as="offset" />
          </mxGeometry>
        </mxCell>
        <mxCell id="Es8qXKT6NRhKc8jeB5Fz-24" parent="1" style="swimlane;fontStyle=1;align=center;verticalAlign=top;childLayout=stackLayout;horizontal=1;startSize=26;horizontalStack=0;resizeParent=1;resizeParentMax=0;resizeLast=0;collapsible=1;marginBottom=0;whiteSpace=wrap;html=1;fillColor=#d5e8d4;strokeColor=#82b366;" value="Order" vertex="1">
          <mxGeometry height="240" width="250" x="440" y="10" as="geometry" />
        </mxCell>
        <mxCell id="Es8qXKT6NRhKc8jeB5Fz-25" parent="Es8qXKT6NRhKc8jeB5Fz-24" style="text;strokeColor=none;fillColor=none;align=left;verticalAlign=top;spacingLeft=4;spacingRight=4;overflow=hidden;rotatable=0;points=[[0,0.5],[1,0.5]];portConstraint=eastwest;whiteSpace=wrap;html=1;" value="- order_id: int&lt;br&gt;- account_id: int&lt;br&gt;- address_id: int&lt;br&gt;- afhaallocatie_id: int&lt;br&gt;- orderDate: date&lt;br&gt;- shippingCosts: decimal&lt;br&gt;- totalPrice: decimal&lt;br&gt;- status: enum&lt;br&gt;- shippingMethod: enum&lt;br&gt;- deleted_at: timestamp" vertex="1">
          <mxGeometry height="174" width="250" y="26" as="geometry" />
        </mxCell>
        <mxCell id="Es8qXKT6NRhKc8jeB5Fz-26" parent="Es8qXKT6NRhKc8jeB5Fz-24" style="line;strokeWidth=1;fillColor=none;align=left;verticalAlign=middle;spacingTop=-1;spacingLeft=3;spacingRight=3;rotatable=0;labelPosition=right;points=[];portConstraint=eastwest;strokeColor=inherit;" value="" vertex="1">
          <mxGeometry height="8" width="250" y="200" as="geometry" />
        </mxCell>
        <mxCell id="Es8qXKT6NRhKc8jeB5Fz-27" parent="Es8qXKT6NRhKc8jeB5Fz-24" style="text;strokeColor=none;fillColor=none;align=left;verticalAlign=top;spacingLeft=4;spacingRight=4;overflow=hidden;rotatable=0;points=[[0,0.5],[1,0.5]];portConstraint=eastwest;whiteSpace=wrap;html=1;" value="+ getTotalOrder(totalPrice, shippingCosts)" vertex="1">
          <mxGeometry height="32" width="250" y="208" as="geometry" />
        </mxCell>
        <mxCell id="9HIg7AhE87BbHt0--Hlv-15" edge="1" parent="1" source="egUxuBl64SBZyWdaeHZJ-1" style="edgeStyle=orthogonalEdgeStyle;rounded=0;orthogonalLoop=1;jettySize=auto;html=1;entryX=0.5;entryY=0;entryDx=0;entryDy=0;endArrow=none;endFill=0;" target="Es8qXKT6NRhKc8jeB5Fz-1">
          <mxGeometry relative="1" as="geometry" />
        </mxCell>
        <mxCell id="9HIg7AhE87BbHt0--Hlv-16" connectable="0" parent="9HIg7AhE87BbHt0--Hlv-15" style="edgeLabel;html=1;align=center;verticalAlign=middle;resizable=0;points=[];" value="0..1" vertex="1">
          <mxGeometry relative="1" x="-0.775" as="geometry">
            <mxPoint y="1" as="offset" />
          </mxGeometry>
        </mxCell>
        <mxCell id="9HIg7AhE87BbHt0--Hlv-17" connectable="0" parent="9HIg7AhE87BbHt0--Hlv-15" style="edgeLabel;html=1;align=center;verticalAlign=middle;resizable=0;points=[];" value="1" vertex="1">
          <mxGeometry relative="1" x="0.8083" y="1" as="geometry">
            <mxPoint y="1" as="offset" />
          </mxGeometry>
        </mxCell>
        <mxCell id="egUxuBl64SBZyWdaeHZJ-1" parent="1" style="swimlane;fontStyle=1;align=center;verticalAlign=top;childLayout=stackLayout;horizontal=1;startSize=26;horizontalStack=0;resizeParent=1;resizeParentMax=0;resizeLast=0;collapsible=1;marginBottom=0;whiteSpace=wrap;html=1;fillColor=#d5e8d4;strokeColor=#82b366;" value="Address" vertex="1">
          <mxGeometry height="190" width="220" x="780" y="70" as="geometry" />
        </mxCell>
        <mxCell id="egUxuBl64SBZyWdaeHZJ-2" parent="egUxuBl64SBZyWdaeHZJ-1" style="text;strokeColor=none;fillColor=none;align=left;verticalAlign=top;spacingLeft=4;spacingRight=4;overflow=hidden;rotatable=0;points=[[0,0.5],[1,0.5]];portConstraint=eastwest;whiteSpace=wrap;html=1;" value="- address_id: int&lt;br&gt;- street: string&lt;br&gt;- houseNumber: string&lt;br&gt;- postalCode: string&lt;br&gt;- city: string&lt;br&gt;- country: string&lt;br&gt;- deleted_at: timestamp" vertex="1">
          <mxGeometry height="114" width="220" y="26" as="geometry" />
        </mxCell>
        <mxCell id="egUxuBl64SBZyWdaeHZJ-3" parent="egUxuBl64SBZyWdaeHZJ-1" style="line;strokeWidth=1;fillColor=none;align=left;verticalAlign=middle;spacingTop=-1;spacingLeft=3;spacingRight=3;rotatable=0;labelPosition=right;points=[];portConstraint=eastwest;strokeColor=inherit;" value="" vertex="1">
          <mxGeometry height="8" width="220" y="140" as="geometry" />
        </mxCell>
        <mxCell id="egUxuBl64SBZyWdaeHZJ-4" parent="egUxuBl64SBZyWdaeHZJ-1" style="text;strokeColor=none;fillColor=none;align=left;verticalAlign=top;spacingLeft=4;spacingRight=4;overflow=hidden;rotatable=0;points=[[0,0.5],[1,0.5]];portConstraint=eastwest;whiteSpace=wrap;html=1;" value="+ validate(postalCode, country): bool" vertex="1">
          <mxGeometry height="42" width="220" y="148" as="geometry" />
        </mxCell>
        <mxCell id="9HIg7AhE87BbHt0--Hlv-1" edge="1" parent="1" source="Es8qXKT6NRhKc8jeB5Fz-25" style="edgeStyle=orthogonalEdgeStyle;rounded=0;orthogonalLoop=1;jettySize=auto;html=1;entryX=1;entryY=0.5;entryDx=0;entryDy=0;endArrow=none;endFill=0;exitX=0;exitY=0.598;exitDx=0;exitDy=0;exitPerimeter=0;" target="Bt48onEKChYP6fqbVEho-1">
          <mxGeometry relative="1" as="geometry">
            <Array as="points">
              <mxPoint x="330" y="170" />
              <mxPoint x="330" y="105" />
            </Array>
            <mxPoint x="490" y="170" as="sourcePoint" />
          </mxGeometry>
        </mxCell>
        <mxCell id="9HIg7AhE87BbHt0--Hlv-18" connectable="0" parent="9HIg7AhE87BbHt0--Hlv-1" style="edgeLabel;html=1;align=center;verticalAlign=middle;resizable=0;points=[];" value="0..*" vertex="1">
          <mxGeometry relative="1" x="0.9074" y="2" as="geometry">
            <mxPoint as="offset" />
          </mxGeometry>
        </mxCell>
        <mxCell id="9HIg7AhE87BbHt0--Hlv-19" connectable="0" parent="9HIg7AhE87BbHt0--Hlv-1" style="edgeLabel;html=1;align=center;verticalAlign=middle;resizable=0;points=[];" value="0..*" vertex="1">
          <mxGeometry relative="1" x="-0.7306" y="-2" as="geometry">
            <mxPoint x="-1" as="offset" />
          </mxGeometry>
        </mxCell>
        <mxCell id="9HIg7AhE87BbHt0--Hlv-2" parent="1" style="swimlane;fontStyle=1;align=center;verticalAlign=top;childLayout=stackLayout;horizontal=1;startSize=26;horizontalStack=0;resizeParent=1;resizeParentMax=0;resizeLast=0;collapsible=1;marginBottom=0;whiteSpace=wrap;html=1;fillColor=#d5e8d4;strokeColor=#82b366;" value="OrderRow" vertex="1">
          <mxGeometry height="160" width="160" x="270" y="235" as="geometry" />
        </mxCell>
        <mxCell id="9HIg7AhE87BbHt0--Hlv-3" parent="9HIg7AhE87BbHt0--Hlv-2" style="text;strokeColor=none;fillColor=none;align=left;verticalAlign=top;spacingLeft=4;spacingRight=4;overflow=hidden;rotatable=0;points=[[0,0.5],[1,0.5]];portConstraint=eastwest;whiteSpace=wrap;html=1;" value="- orderRow_id: int&lt;br&gt;- order_id: int&lt;br&gt;- product_id: int&lt;br&gt;- amount: int&lt;br&gt;- pricePerUnit: decimal" vertex="1">
          <mxGeometry height="94" width="160" y="26" as="geometry" />
        </mxCell>
        <mxCell id="9HIg7AhE87BbHt0--Hlv-4" parent="9HIg7AhE87BbHt0--Hlv-2" style="line;strokeWidth=1;fillColor=none;align=left;verticalAlign=middle;spacingTop=-1;spacingLeft=3;spacingRight=3;rotatable=0;labelPosition=right;points=[];portConstraint=eastwest;strokeColor=inherit;" value="" vertex="1">
          <mxGeometry height="8" width="160" y="120" as="geometry" />
        </mxCell>
        <mxCell id="9HIg7AhE87BbHt0--Hlv-5" parent="9HIg7AhE87BbHt0--Hlv-2" style="text;strokeColor=none;fillColor=none;align=left;verticalAlign=top;spacingLeft=4;spacingRight=4;overflow=hidden;rotatable=0;points=[[0,0.5],[1,0.5]];portConstraint=eastwest;whiteSpace=wrap;html=1;" value="+" vertex="1">
          <mxGeometry height="32" width="160" y="128" as="geometry" />
        </mxCell>
        <mxCell id="9HIg7AhE87BbHt0--Hlv-6" edge="1" parent="1" source="Es8qXKT6NRhKc8jeB5Fz-27" style="edgeStyle=orthogonalEdgeStyle;rounded=0;orthogonalLoop=1;jettySize=auto;html=1;entryX=1.009;entryY=0.795;entryDx=0;entryDy=0;entryPerimeter=0;endArrow=none;endFill=0;exitX=0.3;exitY=1.043;exitDx=0;exitDy=0;exitPerimeter=0;startArrow=diamondThin;startFill=1;startSize=10;" target="9HIg7AhE87BbHt0--Hlv-3">
          <mxGeometry relative="1" as="geometry">
            <Array as="points">
              <mxPoint x="515" y="331" />
              <mxPoint x="431" y="331" />
            </Array>
          </mxGeometry>
        </mxCell>
        <mxCell id="9HIg7AhE87BbHt0--Hlv-7" connectable="0" parent="9HIg7AhE87BbHt0--Hlv-6" style="edgeLabel;html=1;align=center;verticalAlign=middle;resizable=0;points=[];" value="1" vertex="1">
          <mxGeometry relative="1" x="-0.8796" y="1" as="geometry">
            <mxPoint y="8" as="offset" />
          </mxGeometry>
        </mxCell>
        <mxCell id="9HIg7AhE87BbHt0--Hlv-8" connectable="0" parent="9HIg7AhE87BbHt0--Hlv-6" style="edgeLabel;html=1;align=center;verticalAlign=middle;resizable=0;points=[];" value="1..*" vertex="1">
          <mxGeometry relative="1" x="0.8739" y="-1" as="geometry">
            <mxPoint x="13" as="offset" />
          </mxGeometry>
        </mxCell>
        <mxCell id="9HIg7AhE87BbHt0--Hlv-9" edge="1" parent="1" source="9HIg7AhE87BbHt0--Hlv-5" style="edgeStyle=orthogonalEdgeStyle;rounded=0;orthogonalLoop=1;jettySize=auto;html=1;entryX=0.317;entryY=-0.013;entryDx=0;entryDy=0;entryPerimeter=0;endArrow=none;endFill=0;" target="4oSwoFYrTR2_sjPakVIm-1">
          <mxGeometry relative="1" as="geometry">
            <mxPoint x="594.0800000000002" y="433.99" as="targetPoint" />
          </mxGeometry>
        </mxCell>
        <mxCell id="9HIg7AhE87BbHt0--Hlv-10" connectable="0" parent="9HIg7AhE87BbHt0--Hlv-9" style="edgeLabel;html=1;align=center;verticalAlign=middle;resizable=0;points=[];" value="1" vertex="1">
          <mxGeometry relative="1" x="0.8915" y="-1" as="geometry">
            <mxPoint as="offset" />
          </mxGeometry>
        </mxCell>
        <mxCell id="9HIg7AhE87BbHt0--Hlv-11" connectable="0" parent="9HIg7AhE87BbHt0--Hlv-9" style="edgeLabel;html=1;align=center;verticalAlign=middle;resizable=0;points=[];" value="0..*" vertex="1">
          <mxGeometry relative="1" x="-0.8882" y="2" as="geometry">
            <mxPoint y="1" as="offset" />
          </mxGeometry>
        </mxCell>
        <mxCell id="9HIg7AhE87BbHt0--Hlv-12" edge="1" parent="1" source="egUxuBl64SBZyWdaeHZJ-2" style="edgeStyle=orthogonalEdgeStyle;rounded=0;orthogonalLoop=1;jettySize=auto;html=1;entryX=0.992;entryY=0.672;entryDx=0;entryDy=0;entryPerimeter=0;endArrow=none;endFill=0;" target="Es8qXKT6NRhKc8jeB5Fz-25">
          <mxGeometry relative="1" as="geometry" />
        </mxCell>
        <mxCell id="9HIg7AhE87BbHt0--Hlv-14" connectable="0" parent="9HIg7AhE87BbHt0--Hlv-12" style="edgeLabel;html=1;align=center;verticalAlign=middle;resizable=0;points=[];" value="0..1&lt;span style=&quot;white-space: pre;&quot;&gt;&#x9;&lt;/span&gt;" vertex="1">
          <mxGeometry relative="1" x="-0.7975" y="2" as="geometry">
            <mxPoint x="-11" y="-1" as="offset" />
          </mxGeometry>
        </mxCell>
        <mxCell id="KcuTX1EYPqbpHZvHJake-1" connectable="0" parent="9HIg7AhE87BbHt0--Hlv-12" style="edgeLabel;html=1;align=center;verticalAlign=middle;resizable=0;points=[];" value="0..*" vertex="1">
          <mxGeometry relative="1" x="0.4788" y="2" as="geometry">
            <mxPoint as="offset" />
          </mxGeometry>
        </mxCell>
        <mxCell id="6Yfy3PjuZ40wy5BeC9B9-1" edge="1" parent="1" source="Es8qXKT6NRhKc8jeB5Fz-25" style="edgeStyle=orthogonalEdgeStyle;rounded=0;orthogonalLoop=1;jettySize=auto;html=1;entryX=0.007;entryY=0.812;entryDx=0;entryDy=0;entryPerimeter=0;endArrow=none;endFill=0;" target="Es8qXKT6NRhKc8jeB5Fz-2">
          <mxGeometry relative="1" as="geometry">
            <Array as="points">
              <mxPoint x="700" y="190" />
              <mxPoint x="700" y="482" />
            </Array>
          </mxGeometry>
        </mxCell>
        <mxCell id="6Yfy3PjuZ40wy5BeC9B9-2" connectable="0" parent="6Yfy3PjuZ40wy5BeC9B9-1" style="edgeLabel;html=1;align=center;verticalAlign=middle;resizable=0;points=[];" value="1..*" vertex="1">
          <mxGeometry relative="1" x="-0.9526" y="1" as="geometry">
            <mxPoint y="21" as="offset" />
          </mxGeometry>
        </mxCell>
        <mxCell id="6Yfy3PjuZ40wy5BeC9B9-3" connectable="0" parent="6Yfy3PjuZ40wy5BeC9B9-1" style="edgeLabel;html=1;align=center;verticalAlign=middle;resizable=0;points=[];" value="0..1" vertex="1">
          <mxGeometry relative="1" x="0.9291" y="1" as="geometry">
            <mxPoint as="offset" />
          </mxGeometry>
        </mxCell>
        <mxCell id="4oSwoFYrTR2_sjPakVIm-1" parent="1" style="swimlane;fontStyle=1;align=center;verticalAlign=top;childLayout=stackLayout;horizontal=1;startSize=26;horizontalStack=0;resizeParent=1;resizeParentMax=0;resizeLast=0;collapsible=1;marginBottom=0;whiteSpace=wrap;html=1;fillColor=#ffe6cc;strokeColor=#d79b00;" value="Product" vertex="1">
          <mxGeometry height="220" width="210" x="460" y="470" as="geometry" />
        </mxCell>
        <mxCell id="4oSwoFYrTR2_sjPakVIm-2" parent="4oSwoFYrTR2_sjPakVIm-1" style="text;strokeColor=none;fillColor=none;align=left;verticalAlign=top;spacingLeft=4;spacingRight=4;overflow=hidden;rotatable=0;points=[[0,0.5],[1,0.5]];portConstraint=eastwest;whiteSpace=wrap;html=1;" value="- product_id: ?int&lt;br&gt;- naam: string&lt;br&gt;- prijs: float&lt;br&gt;- omschrijving: ?string&lt;br&gt;- leverancier: ?string&lt;br&gt;- foto_url: ?string&lt;br&gt;- verkoop_gewicht: Decimal(10,2)&lt;div&gt;- eenheid: ENUM&lt;br&gt;- deleted_at: ?timestamp&lt;/div&gt;" vertex="1">
          <mxGeometry height="154" width="210" y="26" as="geometry" />
        </mxCell>
        <mxCell id="4oSwoFYrTR2_sjPakVIm-3" parent="4oSwoFYrTR2_sjPakVIm-1" style="line;strokeWidth=1;fillColor=none;align=left;verticalAlign=middle;spacingTop=-1;spacingLeft=3;spacingRight=3;rotatable=0;labelPosition=right;points=[];portConstraint=eastwest;strokeColor=inherit;" value="" vertex="1">
          <mxGeometry height="8" width="210" y="180" as="geometry" />
        </mxCell>
        <mxCell id="4oSwoFYrTR2_sjPakVIm-4" parent="4oSwoFYrTR2_sjPakVIm-1" style="text;strokeColor=none;fillColor=none;align=left;verticalAlign=top;spacingLeft=4;spacingRight=4;overflow=hidden;rotatable=0;points=[[0,0.5],[1,0.5]];portConstraint=eastwest;whiteSpace=wrap;html=1;" value="+" vertex="1">
          <mxGeometry height="32" width="210" y="188" as="geometry" />
        </mxCell>
      </root>
    </mxGraphModel>
  </diagram>
  <diagram id="3c_IPMPvyt7t5s3nII_D" name="services en systeeminteractie">
    <mxGraphModel dx="1030" dy="562" grid="1" gridSize="10" guides="1" tooltips="1" connect="1" arrows="1" fold="1" page="1" pageScale="1" pageWidth="827" pageHeight="1169" math="0" shadow="0">
      <root>
        <mxCell id="0" />
        <mxCell id="1" parent="0" />
        <mxCell id="qIipO7zboUZxPe9eK2wD-1" parent="1" style="swimlane;fontStyle=1;align=center;verticalAlign=top;childLayout=stackLayout;horizontal=1;startSize=26;horizontalStack=0;resizeParent=1;resizeParentMax=0;resizeLast=0;collapsible=1;marginBottom=0;whiteSpace=wrap;html=1;fillColor=#d5e8d4;strokeColor=#82b366;" value="ImportService" vertex="1">
          <mxGeometry height="120" width="160" x="120" y="80" as="geometry" />
        </mxCell>
        <mxCell id="qIipO7zboUZxPe9eK2wD-2" parent="qIipO7zboUZxPe9eK2wD-1" style="text;strokeColor=none;fillColor=none;align=left;verticalAlign=top;spacingLeft=4;spacingRight=4;overflow=hidden;rotatable=0;points=[[0,0.5],[1,0.5]];portConstraint=eastwest;whiteSpace=wrap;html=1;" value="-" vertex="1">
          <mxGeometry height="24" width="160" y="26" as="geometry" />
        </mxCell>
        <mxCell id="qIipO7zboUZxPe9eK2wD-3" parent="qIipO7zboUZxPe9eK2wD-1" style="line;strokeWidth=1;fillColor=none;align=left;verticalAlign=middle;spacingTop=-1;spacingLeft=3;spacingRight=3;rotatable=0;labelPosition=right;points=[];portConstraint=eastwest;strokeColor=inherit;" value="" vertex="1">
          <mxGeometry height="8" width="160" y="50" as="geometry" />
        </mxCell>
        <mxCell id="qIipO7zboUZxPe9eK2wD-4" parent="qIipO7zboUZxPe9eK2wD-1" style="text;strokeColor=none;fillColor=none;align=left;verticalAlign=top;spacingLeft=4;spacingRight=4;overflow=hidden;rotatable=0;points=[[0,0.5],[1,0.5]];portConstraint=eastwest;whiteSpace=wrap;html=1;" value="+ uploadCSV(file)&lt;br&gt;+ processCSV(file): bool&lt;br&gt;+ validate(file): bool" vertex="1">
          <mxGeometry height="62" width="160" y="58" as="geometry" />
        </mxCell>
        <mxCell id="qIipO7zboUZxPe9eK2wD-5" parent="1" style="swimlane;fontStyle=1;align=center;verticalAlign=top;childLayout=stackLayout;horizontal=1;startSize=26;horizontalStack=0;resizeParent=1;resizeParentMax=0;resizeLast=0;collapsible=1;marginBottom=0;whiteSpace=wrap;html=1;fillColor=#d5e8d4;strokeColor=#82b366;" value="ReportService" vertex="1">
          <mxGeometry height="150" width="160" x="444" y="80" as="geometry" />
        </mxCell>
        <mxCell id="qIipO7zboUZxPe9eK2wD-6" parent="qIipO7zboUZxPe9eK2wD-5" style="text;strokeColor=none;fillColor=none;align=left;verticalAlign=top;spacingLeft=4;spacingRight=4;overflow=hidden;rotatable=0;points=[[0,0.5],[1,0.5]];portConstraint=eastwest;whiteSpace=wrap;html=1;" value="-" vertex="1">
          <mxGeometry height="24" width="160" y="26" as="geometry" />
        </mxCell>
        <mxCell id="qIipO7zboUZxPe9eK2wD-7" parent="qIipO7zboUZxPe9eK2wD-5" style="line;strokeWidth=1;fillColor=none;align=left;verticalAlign=middle;spacingTop=-1;spacingLeft=3;spacingRight=3;rotatable=0;labelPosition=right;points=[];portConstraint=eastwest;strokeColor=inherit;" value="" vertex="1">
          <mxGeometry height="8" width="160" y="50" as="geometry" />
        </mxCell>
        <mxCell id="qIipO7zboUZxPe9eK2wD-8" parent="qIipO7zboUZxPe9eK2wD-5" style="text;strokeColor=none;fillColor=none;align=left;verticalAlign=top;spacingLeft=4;spacingRight=4;overflow=hidden;rotatable=0;points=[[0,0.5],[1,0.5]];portConstraint=eastwest;whiteSpace=wrap;html=1;" value="+ generate(type, filters): Report&lt;br&gt;+ export(Report, format)&lt;br&gt;+ getSalesReport(period, product, category): Report" vertex="1">
          <mxGeometry height="92" width="160" y="58" as="geometry" />
        </mxCell>
        <mxCell id="qIipO7zboUZxPe9eK2wD-10" parent="1" style="swimlane;fontStyle=1;align=center;verticalAlign=top;childLayout=stackLayout;horizontal=1;startSize=26;horizontalStack=0;resizeParent=1;resizeParentMax=0;resizeLast=0;collapsible=1;marginBottom=0;whiteSpace=wrap;html=1;fillColor=#d5e8d4;strokeColor=#82b366;" value="Log" vertex="1">
          <mxGeometry height="160" width="200" x="120" y="300" as="geometry" />
        </mxCell>
        <mxCell id="qIipO7zboUZxPe9eK2wD-11" parent="qIipO7zboUZxPe9eK2wD-10" style="text;strokeColor=none;fillColor=none;align=left;verticalAlign=top;spacingLeft=4;spacingRight=4;overflow=hidden;rotatable=0;points=[[0,0.5],[1,0.5]];portConstraint=eastwest;whiteSpace=wrap;html=1;" value="- log_id: int&lt;br&gt;- account_id: int&lt;br&gt;- logEntry: string&lt;br&gt;- sort: enum&lt;br&gt;- created_at: timestamp" vertex="1">
          <mxGeometry height="84" width="200" y="26" as="geometry" />
        </mxCell>
        <mxCell id="qIipO7zboUZxPe9eK2wD-12" parent="qIipO7zboUZxPe9eK2wD-10" style="line;strokeWidth=1;fillColor=none;align=left;verticalAlign=middle;spacingTop=-1;spacingLeft=3;spacingRight=3;rotatable=0;labelPosition=right;points=[];portConstraint=eastwest;strokeColor=inherit;" value="" vertex="1">
          <mxGeometry height="8" width="200" y="110" as="geometry" />
        </mxCell>
        <mxCell id="qIipO7zboUZxPe9eK2wD-13" parent="qIipO7zboUZxPe9eK2wD-10" style="text;strokeColor=none;fillColor=none;align=left;verticalAlign=top;spacingLeft=4;spacingRight=4;overflow=hidden;rotatable=0;points=[[0,0.5],[1,0.5]];portConstraint=eastwest;whiteSpace=wrap;html=1;" value="+ create(account_id, action, sort)" vertex="1">
          <mxGeometry height="42" width="200" y="118" as="geometry" />
        </mxCell>
        <mxCell id="qIipO7zboUZxPe9eK2wD-14" parent="1" style="swimlane;fontStyle=1;align=center;verticalAlign=top;childLayout=stackLayout;horizontal=1;startSize=26;horizontalStack=0;resizeParent=1;resizeParentMax=0;resizeLast=0;collapsible=1;marginBottom=0;whiteSpace=wrap;html=1;fillColor=#d5e8d4;strokeColor=#82b366;" value="SearchTerm" vertex="1">
          <mxGeometry height="120" width="190" x="414" y="300" as="geometry" />
        </mxCell>
        <mxCell id="qIipO7zboUZxPe9eK2wD-15" parent="qIipO7zboUZxPe9eK2wD-14" style="text;strokeColor=none;fillColor=none;align=left;verticalAlign=top;spacingLeft=4;spacingRight=4;overflow=hidden;rotatable=0;points=[[0,0.5],[1,0.5]];portConstraint=eastwest;whiteSpace=wrap;html=1;" value="- searchTerm: string&lt;br&gt;- amount: int" vertex="1">
          <mxGeometry height="44" width="190" y="26" as="geometry" />
        </mxCell>
        <mxCell id="qIipO7zboUZxPe9eK2wD-16" parent="qIipO7zboUZxPe9eK2wD-14" style="line;strokeWidth=1;fillColor=none;align=left;verticalAlign=middle;spacingTop=-1;spacingLeft=3;spacingRight=3;rotatable=0;labelPosition=right;points=[];portConstraint=eastwest;strokeColor=inherit;" value="" vertex="1">
          <mxGeometry height="8" width="190" y="70" as="geometry" />
        </mxCell>
        <mxCell id="qIipO7zboUZxPe9eK2wD-17" parent="qIipO7zboUZxPe9eK2wD-14" style="text;strokeColor=none;fillColor=none;align=left;verticalAlign=top;spacingLeft=4;spacingRight=4;overflow=hidden;rotatable=0;points=[[0,0.5],[1,0.5]];portConstraint=eastwest;whiteSpace=wrap;html=1;" value="+ incrementCount(searchTerm)" vertex="1">
          <mxGeometry height="42" width="190" y="78" as="geometry" />
        </mxCell>
      </root>
    </mxGraphModel>
  </diagram>
  <diagram id="R3VsixBPQv2emFKUfxXb" name="DAO klassen">
    <mxGraphModel dx="1362" dy="955" grid="1" gridSize="10" guides="1" tooltips="1" connect="1" arrows="1" fold="1" page="1" pageScale="1" pageWidth="827" pageHeight="1169" math="0" shadow="0">
      <root>
        <mxCell id="0" />
        <mxCell id="1" parent="0" />
        <mxCell id="KGOlYequp5SDsX5dp_OD-1" parent="1" style="swimlane;fontStyle=1;align=center;verticalAlign=top;childLayout=stackLayout;horizontal=1;startSize=26;horizontalStack=0;resizeParent=1;resizeParentMax=0;resizeLast=0;collapsible=1;marginBottom=0;whiteSpace=wrap;html=1;fillColor=#ffe6cc;strokeColor=#d79b00;" value="AccountDAO" vertex="1">
          <mxGeometry height="100" width="300" y="40" as="geometry" />
        </mxCell>
        <mxCell id="KGOlYequp5SDsX5dp_OD-3" parent="KGOlYequp5SDsX5dp_OD-1" style="line;strokeWidth=1;fillColor=none;align=left;verticalAlign=middle;spacingTop=-1;spacingLeft=3;spacingRight=3;rotatable=0;labelPosition=right;points=[];portConstraint=eastwest;strokeColor=inherit;" value="" vertex="1">
          <mxGeometry height="8" width="300" y="26" as="geometry" />
        </mxCell>
        <mxCell id="KGOlYequp5SDsX5dp_OD-4" parent="KGOlYequp5SDsX5dp_OD-1" style="text;strokeColor=none;fillColor=none;align=left;verticalAlign=top;spacingLeft=4;spacingRight=4;overflow=hidden;rotatable=0;points=[[0,0.5],[1,0.5]];portConstraint=eastwest;whiteSpace=wrap;html=1;" value="+ getById(account_id): Account&lt;br&gt;+ getByUsername(gebruikersnaam): Account" vertex="1">
          <mxGeometry height="66" width="300" y="34" as="geometry" />
        </mxCell>
        <mxCell id="KGOlYequp5SDsX5dp_OD-5" parent="1" style="swimlane;fontStyle=1;align=center;verticalAlign=top;childLayout=stackLayout;horizontal=1;startSize=26;horizontalStack=0;resizeParent=1;resizeParentMax=0;resizeLast=0;collapsible=1;marginBottom=0;whiteSpace=wrap;html=1;" value="CustomerDAO" vertex="1">
          <mxGeometry height="90" width="190" x="970" y="30" as="geometry" />
        </mxCell>
        <mxCell id="KGOlYequp5SDsX5dp_OD-7" parent="KGOlYequp5SDsX5dp_OD-5" style="line;strokeWidth=1;fillColor=none;align=left;verticalAlign=middle;spacingTop=-1;spacingLeft=3;spacingRight=3;rotatable=0;labelPosition=right;points=[];portConstraint=eastwest;strokeColor=inherit;" value="" vertex="1">
          <mxGeometry height="8" width="190" y="26" as="geometry" />
        </mxCell>
        <mxCell id="KGOlYequp5SDsX5dp_OD-8" parent="KGOlYequp5SDsX5dp_OD-5" style="text;strokeColor=none;fillColor=none;align=left;verticalAlign=top;spacingLeft=4;spacingRight=4;overflow=hidden;rotatable=0;points=[[0,0.5],[1,0.5]];portConstraint=eastwest;whiteSpace=wrap;html=1;" value="+ getById(account_id): Customer&lt;br&gt;+ getAll(): Customer[]&lt;br&gt;+ update(Customer)" vertex="1">
          <mxGeometry height="56" width="190" y="34" as="geometry" />
        </mxCell>
        <mxCell id="KGOlYequp5SDsX5dp_OD-9" parent="1" style="swimlane;fontStyle=1;align=center;verticalAlign=top;childLayout=stackLayout;horizontal=1;startSize=26;horizontalStack=0;resizeParent=1;resizeParentMax=0;resizeLast=0;collapsible=1;marginBottom=0;whiteSpace=wrap;html=1;fillColor=#ffe6cc;strokeColor=#d79b00;" value="BeheerDAO" vertex="1">
          <mxGeometry height="70" width="250" x="480" y="40" as="geometry" />
        </mxCell>
        <mxCell id="KGOlYequp5SDsX5dp_OD-10" parent="KGOlYequp5SDsX5dp_OD-9" style="line;strokeWidth=1;fillColor=none;align=left;verticalAlign=middle;spacingTop=-1;spacingLeft=3;spacingRight=3;rotatable=0;labelPosition=right;points=[];portConstraint=eastwest;strokeColor=inherit;" value="" vertex="1">
          <mxGeometry height="8" width="250" y="26" as="geometry" />
        </mxCell>
        <mxCell id="KGOlYequp5SDsX5dp_OD-11" parent="KGOlYequp5SDsX5dp_OD-9" style="text;strokeColor=none;fillColor=none;align=left;verticalAlign=top;spacingLeft=4;spacingRight=4;overflow=hidden;rotatable=0;points=[[0,0.5],[1,0.5]];portConstraint=eastwest;whiteSpace=wrap;html=1;" value="+ getById(account_id): Administrator&lt;div&gt;+ getByUsername(gebruikersnaam): Beheer&lt;/div&gt;" vertex="1">
          <mxGeometry height="36" width="250" y="34" as="geometry" />
        </mxCell>
        <mxCell id="KGOlYequp5SDsX5dp_OD-12" parent="1" style="swimlane;fontStyle=1;align=center;verticalAlign=top;childLayout=stackLayout;horizontal=1;startSize=26;horizontalStack=0;resizeParent=1;resizeParentMax=0;resizeLast=0;collapsible=1;marginBottom=0;whiteSpace=wrap;html=1;" value="AddressDAO" vertex="1">
          <mxGeometry height="130" width="230" y="153" as="geometry" />
        </mxCell>
        <mxCell id="KGOlYequp5SDsX5dp_OD-13" parent="KGOlYequp5SDsX5dp_OD-12" style="line;strokeWidth=1;fillColor=none;align=left;verticalAlign=middle;spacingTop=-1;spacingLeft=3;spacingRight=3;rotatable=0;labelPosition=right;points=[];portConstraint=eastwest;strokeColor=inherit;" value="" vertex="1">
          <mxGeometry height="8" width="230" y="26" as="geometry" />
        </mxCell>
        <mxCell id="KGOlYequp5SDsX5dp_OD-14" parent="KGOlYequp5SDsX5dp_OD-12" style="text;strokeColor=none;fillColor=none;align=left;verticalAlign=top;spacingLeft=4;spacingRight=4;overflow=hidden;rotatable=0;points=[[0,0.5],[1,0.5]];portConstraint=eastwest;whiteSpace=wrap;html=1;" value="+ getById(address_id): Address&lt;br&gt;+ getByCustomer(account_id): Address[]&lt;br&gt;+ add(Address)&lt;br&gt;+ update(Address)&lt;br&gt;+ delete(address_id)" vertex="1">
          <mxGeometry height="96" width="230" y="34" as="geometry" />
        </mxCell>
        <mxCell id="KGOlYequp5SDsX5dp_OD-15" parent="1" style="swimlane;fontStyle=1;align=center;verticalAlign=top;childLayout=stackLayout;horizontal=1;startSize=26;horizontalStack=0;resizeParent=1;resizeParentMax=0;resizeLast=0;collapsible=1;marginBottom=0;whiteSpace=wrap;html=1;" value="LogDAO" vertex="1">
          <mxGeometry height="80" width="120" x="765" y="40" as="geometry" />
        </mxCell>
        <mxCell id="KGOlYequp5SDsX5dp_OD-16" parent="KGOlYequp5SDsX5dp_OD-15" style="line;strokeWidth=1;fillColor=none;align=left;verticalAlign=middle;spacingTop=-1;spacingLeft=3;spacingRight=3;rotatable=0;labelPosition=right;points=[];portConstraint=eastwest;strokeColor=inherit;" value="" vertex="1">
          <mxGeometry height="8" width="120" y="26" as="geometry" />
        </mxCell>
        <mxCell id="KGOlYequp5SDsX5dp_OD-17" parent="KGOlYequp5SDsX5dp_OD-15" style="text;strokeColor=none;fillColor=none;align=left;verticalAlign=top;spacingLeft=4;spacingRight=4;overflow=hidden;rotatable=0;points=[[0,0.5],[1,0.5]];portConstraint=eastwest;whiteSpace=wrap;html=1;" value="+ create(Log)&lt;br&gt;+ getAll(): Log[]" vertex="1">
          <mxGeometry height="46" width="120" y="34" as="geometry" />
        </mxCell>
        <mxCell id="KGOlYequp5SDsX5dp_OD-18" parent="1" style="swimlane;fontStyle=1;align=center;verticalAlign=top;childLayout=stackLayout;horizontal=1;startSize=26;horizontalStack=0;resizeParent=1;resizeParentMax=0;resizeLast=0;collapsible=1;marginBottom=0;whiteSpace=wrap;html=1;" value="ContactFormDAO" vertex="1">
          <mxGeometry height="96" width="160" x="272" y="185" as="geometry" />
        </mxCell>
        <mxCell id="KGOlYequp5SDsX5dp_OD-19" parent="KGOlYequp5SDsX5dp_OD-18" style="line;strokeWidth=1;fillColor=none;align=left;verticalAlign=middle;spacingTop=-1;spacingLeft=3;spacingRight=3;rotatable=0;labelPosition=right;points=[];portConstraint=eastwest;strokeColor=inherit;" value="" vertex="1">
          <mxGeometry height="8" width="160" y="26" as="geometry" />
        </mxCell>
        <mxCell id="KGOlYequp5SDsX5dp_OD-20" parent="KGOlYequp5SDsX5dp_OD-18" style="text;strokeColor=none;fillColor=none;align=left;verticalAlign=top;spacingLeft=4;spacingRight=4;overflow=hidden;rotatable=0;points=[[0,0.5],[1,0.5]];portConstraint=eastwest;whiteSpace=wrap;html=1;" value="+ add(ContactForm)&lt;br&gt;+ getAll(): ContactForm[]&lt;br&gt;+ delete(contactForm_id)" vertex="1">
          <mxGeometry height="62" width="160" y="34" as="geometry" />
        </mxCell>
        <mxCell id="KGOlYequp5SDsX5dp_OD-24" parent="1" style="swimlane;fontStyle=1;align=center;verticalAlign=top;childLayout=stackLayout;horizontal=1;startSize=26;horizontalStack=0;resizeParent=1;resizeParentMax=0;resizeLast=0;collapsible=1;marginBottom=0;whiteSpace=wrap;html=1;fillColor=#ffe6cc;strokeColor=#d79b00;" value="ProductDAO" vertex="1">
          <mxGeometry height="160" width="350" x="670" y="138" as="geometry" />
        </mxCell>
        <mxCell id="KGOlYequp5SDsX5dp_OD-25" parent="KGOlYequp5SDsX5dp_OD-24" style="line;strokeWidth=1;fillColor=none;align=left;verticalAlign=middle;spacingTop=-1;spacingLeft=3;spacingRight=3;rotatable=0;labelPosition=right;points=[];portConstraint=eastwest;strokeColor=inherit;" value="" vertex="1">
          <mxGeometry height="8" width="350" y="26" as="geometry" />
        </mxCell>
        <mxCell id="KGOlYequp5SDsX5dp_OD-26" parent="KGOlYequp5SDsX5dp_OD-24" style="text;strokeColor=none;fillColor=none;align=left;verticalAlign=top;spacingLeft=4;spacingRight=4;overflow=hidden;rotatable=0;points=[[0,0.5],[1,0.5]];portConstraint=eastwest;whiteSpace=wrap;html=1;" value="+ getProductById(product_id): Product&lt;br&gt;+ getAllProducts(): Product[]&lt;br&gt;+ addProduct(Product): int&lt;br&gt;+ updateProduct(Product)&lt;br&gt;+ deleteProduct(product_id)&lt;div&gt;+ getDeletedProductByNaam(naam): Product[]&lt;/div&gt;&lt;div&gt;+ restoreProducnt(product_id)&lt;/div&gt;&lt;div&gt;+&amp;nbsp;&lt;span style=&quot;background-color: transparent; color: light-dark(rgb(0, 0, 0), rgb(255, 255, 255));&quot;&gt;getProductsByCategorie(Categorie $categorie): Product[]&lt;/span&gt;&lt;/div&gt;" vertex="1">
          <mxGeometry height="126" width="350" y="34" as="geometry" />
        </mxCell>
        <mxCell id="KGOlYequp5SDsX5dp_OD-27" parent="1" style="swimlane;fontStyle=1;align=center;verticalAlign=top;childLayout=stackLayout;horizontal=1;startSize=26;horizontalStack=0;resizeParent=1;resizeParentMax=0;resizeLast=0;collapsible=1;marginBottom=0;whiteSpace=wrap;html=1;" value="CategoryDAO" vertex="1">
          <mxGeometry height="120" width="175" x="480" y="167" as="geometry" />
        </mxCell>
        <mxCell id="KGOlYequp5SDsX5dp_OD-28" parent="KGOlYequp5SDsX5dp_OD-27" style="line;strokeWidth=1;fillColor=none;align=left;verticalAlign=middle;spacingTop=-1;spacingLeft=3;spacingRight=3;rotatable=0;labelPosition=right;points=[];portConstraint=eastwest;strokeColor=inherit;" value="" vertex="1">
          <mxGeometry height="8" width="175" y="26" as="geometry" />
        </mxCell>
        <mxCell id="KGOlYequp5SDsX5dp_OD-29" parent="KGOlYequp5SDsX5dp_OD-27" style="text;strokeColor=none;fillColor=none;align=left;verticalAlign=top;spacingLeft=4;spacingRight=4;overflow=hidden;rotatable=0;points=[[0,0.5],[1,0.5]];portConstraint=eastwest;whiteSpace=wrap;html=1;" value="+ getById(category): Category&lt;br&gt;+ getAll(): Category[]&lt;br&gt;+ add(Category)&lt;br&gt;+ update(Category)&lt;br&gt;+ delete(category)" vertex="1">
          <mxGeometry height="86" width="175" y="34" as="geometry" />
        </mxCell>
        <mxCell id="KGOlYequp5SDsX5dp_OD-30" parent="1" style="swimlane;fontStyle=1;align=center;verticalAlign=top;childLayout=stackLayout;horizontal=1;startSize=26;horizontalStack=0;resizeParent=1;resizeParentMax=0;resizeLast=0;collapsible=1;marginBottom=0;whiteSpace=wrap;html=1;" value="TagDAO" vertex="1">
          <mxGeometry height="120" width="160" x="272" y="322" as="geometry" />
        </mxCell>
        <mxCell id="KGOlYequp5SDsX5dp_OD-31" parent="KGOlYequp5SDsX5dp_OD-30" style="line;strokeWidth=1;fillColor=none;align=left;verticalAlign=middle;spacingTop=-1;spacingLeft=3;spacingRight=3;rotatable=0;labelPosition=right;points=[];portConstraint=eastwest;strokeColor=inherit;" value="" vertex="1">
          <mxGeometry height="8" width="160" y="26" as="geometry" />
        </mxCell>
        <mxCell id="KGOlYequp5SDsX5dp_OD-32" parent="KGOlYequp5SDsX5dp_OD-30" style="text;strokeColor=none;fillColor=none;align=left;verticalAlign=top;spacingLeft=4;spacingRight=4;overflow=hidden;rotatable=0;points=[[0,0.5],[1,0.5]];portConstraint=eastwest;whiteSpace=wrap;html=1;" value="+ getById(tag): Tag&lt;br&gt;+ getAll(): Tag[]&lt;br&gt;+ add(Tag)&lt;br&gt;+ update(Tag)&lt;br&gt;+ delete(tag)" vertex="1">
          <mxGeometry height="86" width="160" y="34" as="geometry" />
        </mxCell>
        <mxCell id="KGOlYequp5SDsX5dp_OD-33" parent="1" style="swimlane;fontStyle=1;align=center;verticalAlign=top;childLayout=stackLayout;horizontal=1;startSize=26;horizontalStack=0;resizeParent=1;resizeParentMax=0;resizeLast=0;collapsible=1;marginBottom=0;whiteSpace=wrap;html=1;" value="StockDAO" vertex="1">
          <mxGeometry height="100" width="200" x="480" y="328" as="geometry" />
        </mxCell>
        <mxCell id="KGOlYequp5SDsX5dp_OD-34" parent="KGOlYequp5SDsX5dp_OD-33" style="line;strokeWidth=1;fillColor=none;align=left;verticalAlign=middle;spacingTop=-1;spacingLeft=3;spacingRight=3;rotatable=0;labelPosition=right;points=[];portConstraint=eastwest;strokeColor=inherit;" value="" vertex="1">
          <mxGeometry height="8" width="200" y="26" as="geometry" />
        </mxCell>
        <mxCell id="KGOlYequp5SDsX5dp_OD-35" parent="KGOlYequp5SDsX5dp_OD-33" style="text;strokeColor=none;fillColor=none;align=left;verticalAlign=top;spacingLeft=4;spacingRight=4;overflow=hidden;rotatable=0;points=[[0,0.5],[1,0.5]];portConstraint=eastwest;whiteSpace=wrap;html=1;" value="+ getByProduct(product_id): Stock&lt;br&gt;+ getLowStock(): Stock[]&lt;br&gt;+ update(Stock)" vertex="1">
          <mxGeometry height="66" width="200" y="34" as="geometry" />
        </mxCell>
        <mxCell id="KGOlYequp5SDsX5dp_OD-36" parent="1" style="swimlane;fontStyle=1;align=center;verticalAlign=top;childLayout=stackLayout;horizontal=1;startSize=26;horizontalStack=0;resizeParent=1;resizeParentMax=0;resizeLast=0;collapsible=1;marginBottom=0;whiteSpace=wrap;html=1;" value="PickupLocationDAO" vertex="1">
          <mxGeometry height="120" width="260" y="317" as="geometry" />
        </mxCell>
        <mxCell id="KGOlYequp5SDsX5dp_OD-37" parent="KGOlYequp5SDsX5dp_OD-36" style="line;strokeWidth=1;fillColor=none;align=left;verticalAlign=middle;spacingTop=-1;spacingLeft=3;spacingRight=3;rotatable=0;labelPosition=right;points=[];portConstraint=eastwest;strokeColor=inherit;" value="" vertex="1">
          <mxGeometry height="8" width="260" y="26" as="geometry" />
        </mxCell>
        <mxCell id="KGOlYequp5SDsX5dp_OD-38" parent="KGOlYequp5SDsX5dp_OD-36" style="text;strokeColor=none;fillColor=none;align=left;verticalAlign=top;spacingLeft=4;spacingRight=4;overflow=hidden;rotatable=0;points=[[0,0.5],[1,0.5]];portConstraint=eastwest;whiteSpace=wrap;html=1;" value="+ getById(pickupLocation_id): PickupLocation&lt;br&gt;+ getAll(): PickupLocation[]&lt;br&gt;+ add(PickupLocation)&lt;br&gt;+ update(PickupLocation)&lt;br&gt;+ delete(pickupLocation_id)" vertex="1">
          <mxGeometry height="86" width="260" y="34" as="geometry" />
        </mxCell>
        <mxCell id="KGOlYequp5SDsX5dp_OD-39" parent="1" style="swimlane;fontStyle=1;align=center;verticalAlign=top;childLayout=stackLayout;horizontal=1;startSize=26;horizontalStack=0;resizeParent=1;resizeParentMax=0;resizeLast=0;collapsible=1;marginBottom=0;whiteSpace=wrap;html=1;" value="ShoppingCartDAO" vertex="1">
          <mxGeometry height="96" width="250" y="470" as="geometry" />
        </mxCell>
        <mxCell id="KGOlYequp5SDsX5dp_OD-40" parent="KGOlYequp5SDsX5dp_OD-39" style="line;strokeWidth=1;fillColor=none;align=left;verticalAlign=middle;spacingTop=-1;spacingLeft=3;spacingRight=3;rotatable=0;labelPosition=right;points=[];portConstraint=eastwest;strokeColor=inherit;" value="" vertex="1">
          <mxGeometry height="8" width="250" y="26" as="geometry" />
        </mxCell>
        <mxCell id="KGOlYequp5SDsX5dp_OD-41" parent="KGOlYequp5SDsX5dp_OD-39" style="text;strokeColor=none;fillColor=none;align=left;verticalAlign=top;spacingLeft=4;spacingRight=4;overflow=hidden;rotatable=0;points=[[0,0.5],[1,0.5]];portConstraint=eastwest;whiteSpace=wrap;html=1;" value="+ getByCustomer(account_id): ShoppingCart&lt;br&gt;+ add(ShoppingCart)&lt;br&gt;+ delete(cart_id)" vertex="1">
          <mxGeometry height="62" width="250" y="34" as="geometry" />
        </mxCell>
        <mxCell id="KGOlYequp5SDsX5dp_OD-42" parent="1" style="swimlane;fontStyle=1;align=center;verticalAlign=top;childLayout=stackLayout;horizontal=1;startSize=26;horizontalStack=0;resizeParent=1;resizeParentMax=0;resizeLast=0;collapsible=1;marginBottom=0;whiteSpace=wrap;html=1;" value="CartRowDAO" vertex="1">
          <mxGeometry height="120" width="160" x="272" y="470" as="geometry" />
        </mxCell>
        <mxCell id="KGOlYequp5SDsX5dp_OD-43" parent="KGOlYequp5SDsX5dp_OD-42" style="line;strokeWidth=1;fillColor=none;align=left;verticalAlign=middle;spacingTop=-1;spacingLeft=3;spacingRight=3;rotatable=0;labelPosition=right;points=[];portConstraint=eastwest;strokeColor=inherit;" value="" vertex="1">
          <mxGeometry height="8" width="160" y="26" as="geometry" />
        </mxCell>
        <mxCell id="KGOlYequp5SDsX5dp_OD-44" parent="KGOlYequp5SDsX5dp_OD-42" style="text;strokeColor=none;fillColor=none;align=left;verticalAlign=top;spacingLeft=4;spacingRight=4;overflow=hidden;rotatable=0;points=[[0,0.5],[1,0.5]];portConstraint=eastwest;whiteSpace=wrap;html=1;" value="+ getByCart(cart_id): CartRow[]&lt;br&gt;+ add(CartRow)&lt;br&gt;+ update(CartRow)&lt;br&gt;+ delete(cartRow_id)" vertex="1">
          <mxGeometry height="86" width="160" y="34" as="geometry" />
        </mxCell>
        <mxCell id="KGOlYequp5SDsX5dp_OD-45" parent="1" style="swimlane;fontStyle=1;align=center;verticalAlign=top;childLayout=stackLayout;horizontal=1;startSize=26;horizontalStack=0;resizeParent=1;resizeParentMax=0;resizeLast=0;collapsible=1;marginBottom=0;whiteSpace=wrap;html=1;" value="OrderDAO" vertex="1">
          <mxGeometry height="120" width="220" x="480" y="470" as="geometry" />
        </mxCell>
        <mxCell id="KGOlYequp5SDsX5dp_OD-46" parent="KGOlYequp5SDsX5dp_OD-45" style="line;strokeWidth=1;fillColor=none;align=left;verticalAlign=middle;spacingTop=-1;spacingLeft=3;spacingRight=3;rotatable=0;labelPosition=right;points=[];portConstraint=eastwest;strokeColor=inherit;" value="" vertex="1">
          <mxGeometry height="8" width="220" y="26" as="geometry" />
        </mxCell>
        <mxCell id="KGOlYequp5SDsX5dp_OD-47" parent="KGOlYequp5SDsX5dp_OD-45" style="text;strokeColor=none;fillColor=none;align=left;verticalAlign=top;spacingLeft=4;spacingRight=4;overflow=hidden;rotatable=0;points=[[0,0.5],[1,0.5]];portConstraint=eastwest;whiteSpace=wrap;html=1;" value="+ getById(order_id): Order&lt;br&gt;+ getByCustomer(account_id): Order[]&lt;br&gt;+ getAll(): Order[]&lt;br&gt;+ add(Order)&lt;br&gt;+ updateStatus(order_id, status)" vertex="1">
          <mxGeometry height="86" width="220" y="34" as="geometry" />
        </mxCell>
        <mxCell id="KGOlYequp5SDsX5dp_OD-48" parent="1" style="swimlane;fontStyle=1;align=center;verticalAlign=top;childLayout=stackLayout;horizontal=1;startSize=26;horizontalStack=0;resizeParent=1;resizeParentMax=0;resizeLast=0;collapsible=1;marginBottom=0;whiteSpace=wrap;html=1;" value="OrderRowDAO" vertex="1">
          <mxGeometry height="80" width="220" x="710" y="482" as="geometry" />
        </mxCell>
        <mxCell id="KGOlYequp5SDsX5dp_OD-49" parent="KGOlYequp5SDsX5dp_OD-48" style="line;strokeWidth=1;fillColor=none;align=left;verticalAlign=middle;spacingTop=-1;spacingLeft=3;spacingRight=3;rotatable=0;labelPosition=right;points=[];portConstraint=eastwest;strokeColor=inherit;" value="" vertex="1">
          <mxGeometry height="8" width="220" y="26" as="geometry" />
        </mxCell>
        <mxCell id="KGOlYequp5SDsX5dp_OD-50" parent="KGOlYequp5SDsX5dp_OD-48" style="text;strokeColor=none;fillColor=none;align=left;verticalAlign=top;spacingLeft=4;spacingRight=4;overflow=hidden;rotatable=0;points=[[0,0.5],[1,0.5]];portConstraint=eastwest;whiteSpace=wrap;html=1;" value="+ getByOrder(order_id): OrderRow[]&lt;br&gt;+ add(OrderRow)" vertex="1">
          <mxGeometry height="46" width="220" y="34" as="geometry" />
        </mxCell>
        <mxCell id="KGOlYequp5SDsX5dp_OD-21" parent="1" style="swimlane;fontStyle=1;align=center;verticalAlign=top;childLayout=stackLayout;horizontal=1;startSize=26;horizontalStack=0;resizeParent=1;resizeParentMax=0;resizeLast=0;collapsible=1;marginBottom=0;whiteSpace=wrap;html=1;" value="SearchTermDAO" vertex="1">
          <mxGeometry height="90" width="175" x="710" y="330" as="geometry" />
        </mxCell>
        <mxCell id="KGOlYequp5SDsX5dp_OD-22" parent="KGOlYequp5SDsX5dp_OD-21" style="line;strokeWidth=1;fillColor=none;align=left;verticalAlign=middle;spacingTop=-1;spacingLeft=3;spacingRight=3;rotatable=0;labelPosition=right;points=[];portConstraint=eastwest;strokeColor=inherit;" value="" vertex="1">
          <mxGeometry height="8" width="175" y="26" as="geometry" />
        </mxCell>
        <mxCell id="KGOlYequp5SDsX5dp_OD-23" parent="KGOlYequp5SDsX5dp_OD-21" style="text;strokeColor=none;fillColor=none;align=left;verticalAlign=top;spacingLeft=4;spacingRight=4;overflow=hidden;rotatable=0;points=[[0,0.5],[1,0.5]];portConstraint=eastwest;whiteSpace=wrap;html=1;" value="+ add(searchTerm)&lt;br&gt;&lt;div&gt;+ getAll(): SearchTerm[]&lt;/div&gt;+ delete(searchTerm)" vertex="1">
          <mxGeometry height="56" width="175" y="34" as="geometry" />
        </mxCell>
      </root>
    </mxGraphModel>
  </diagram>
</mxfile>
